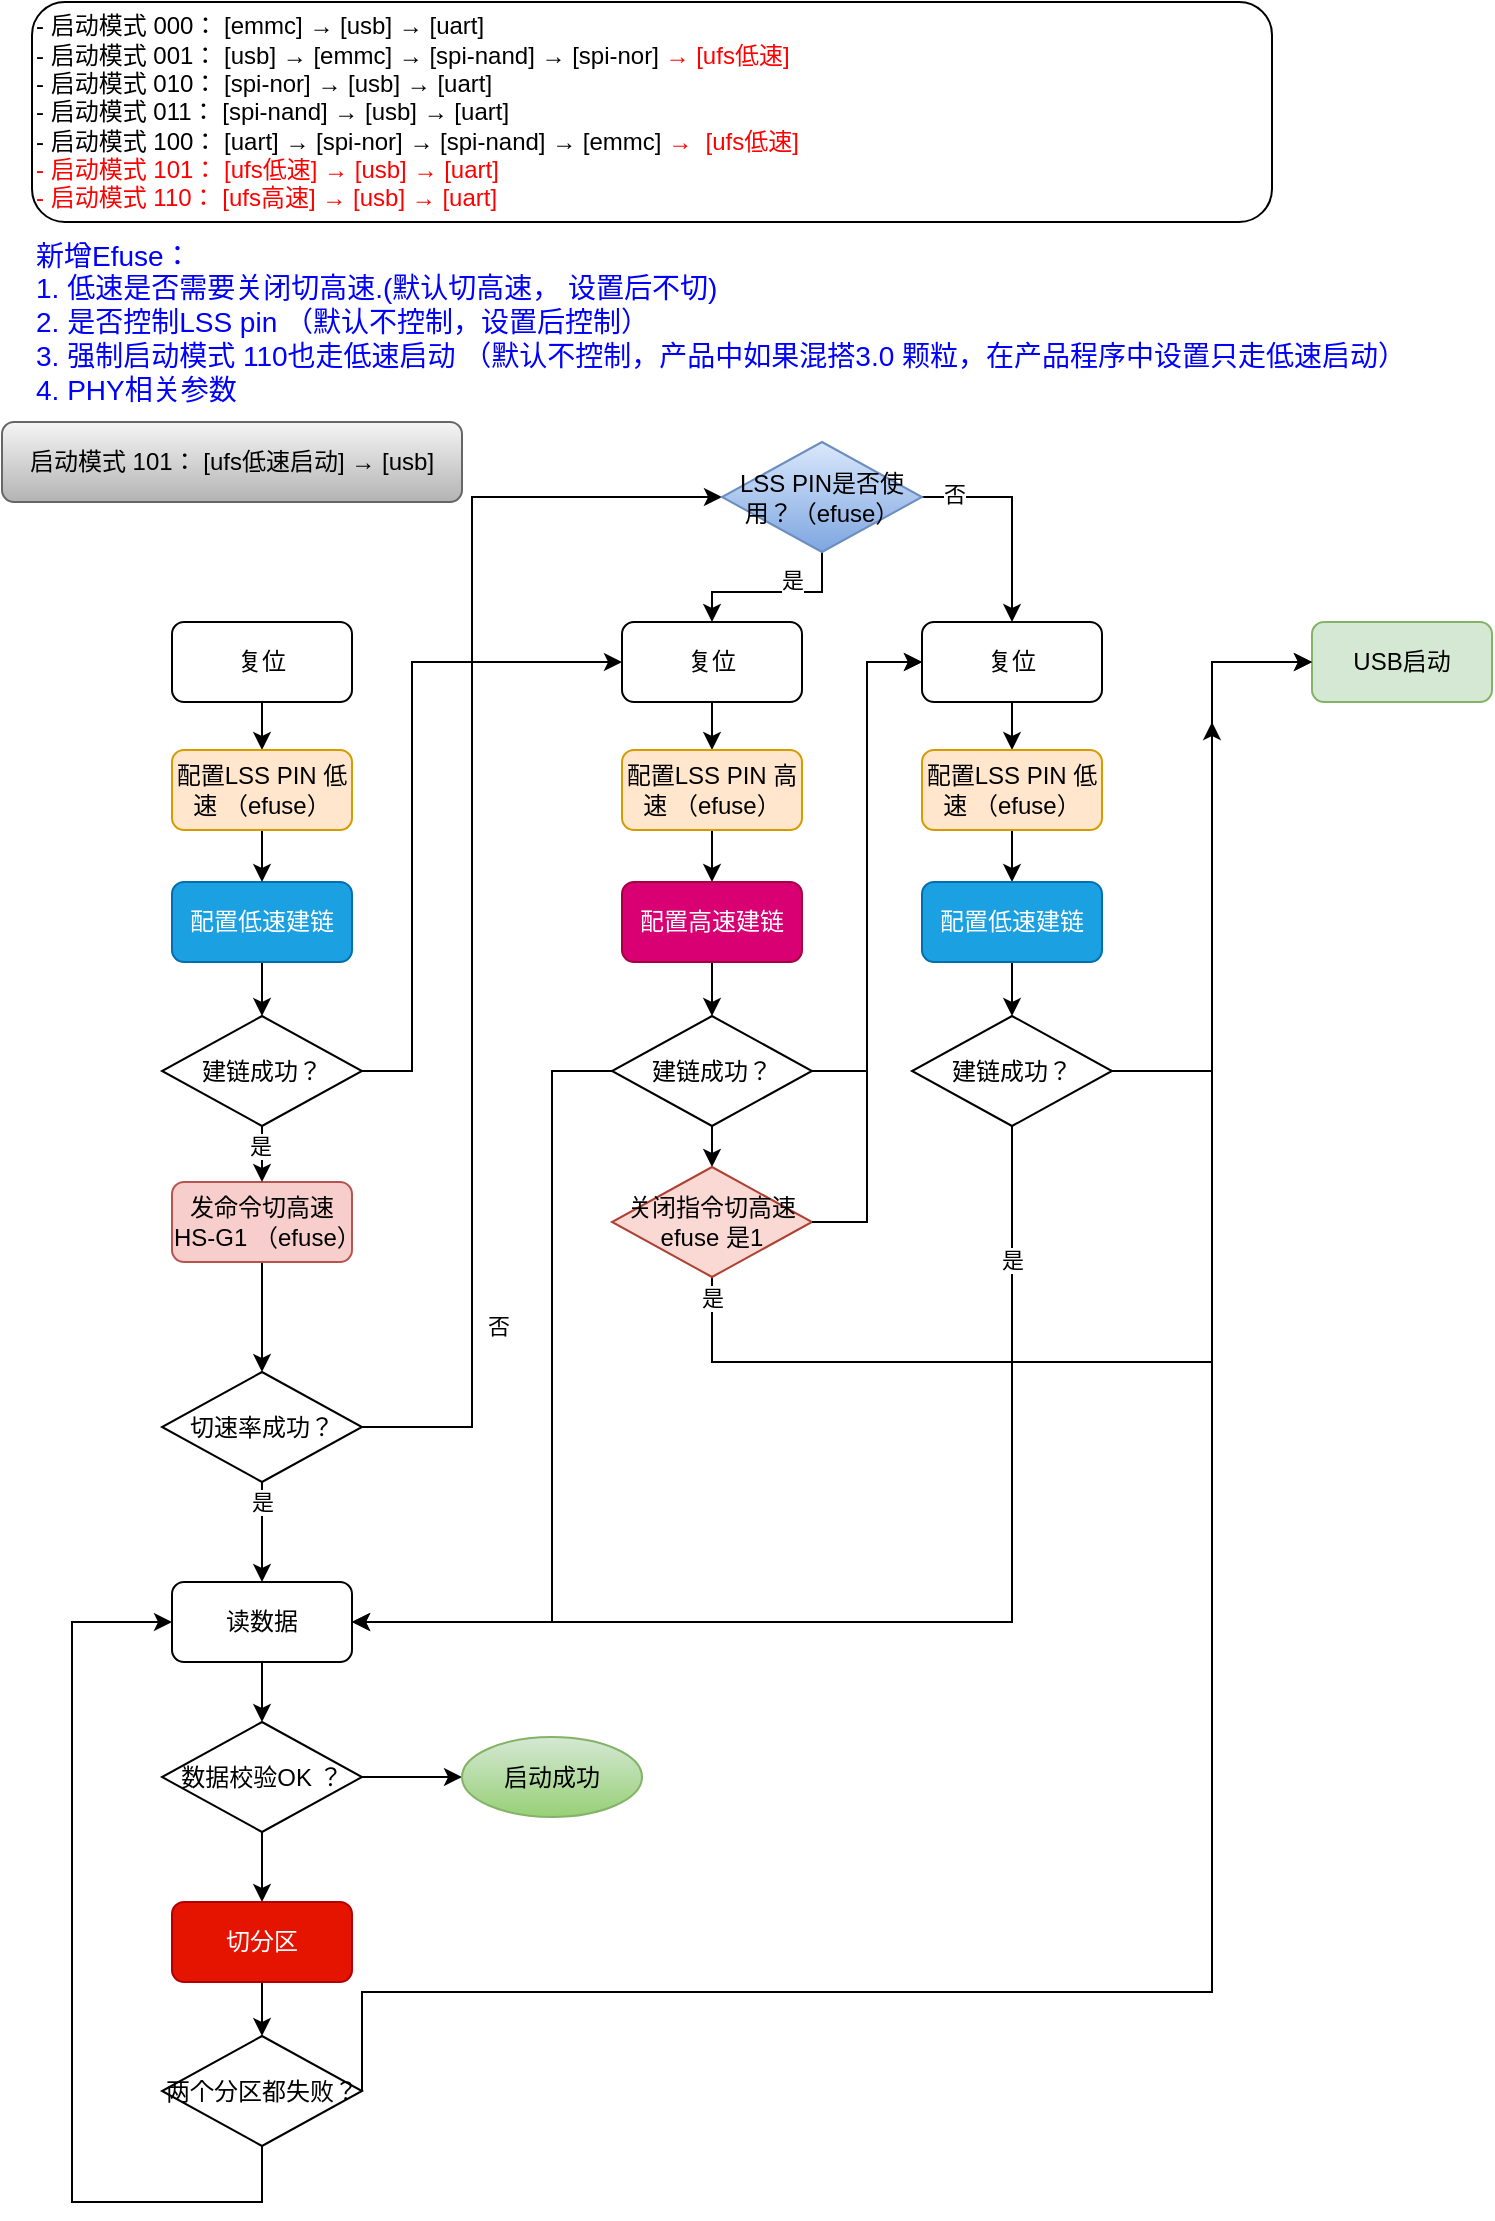
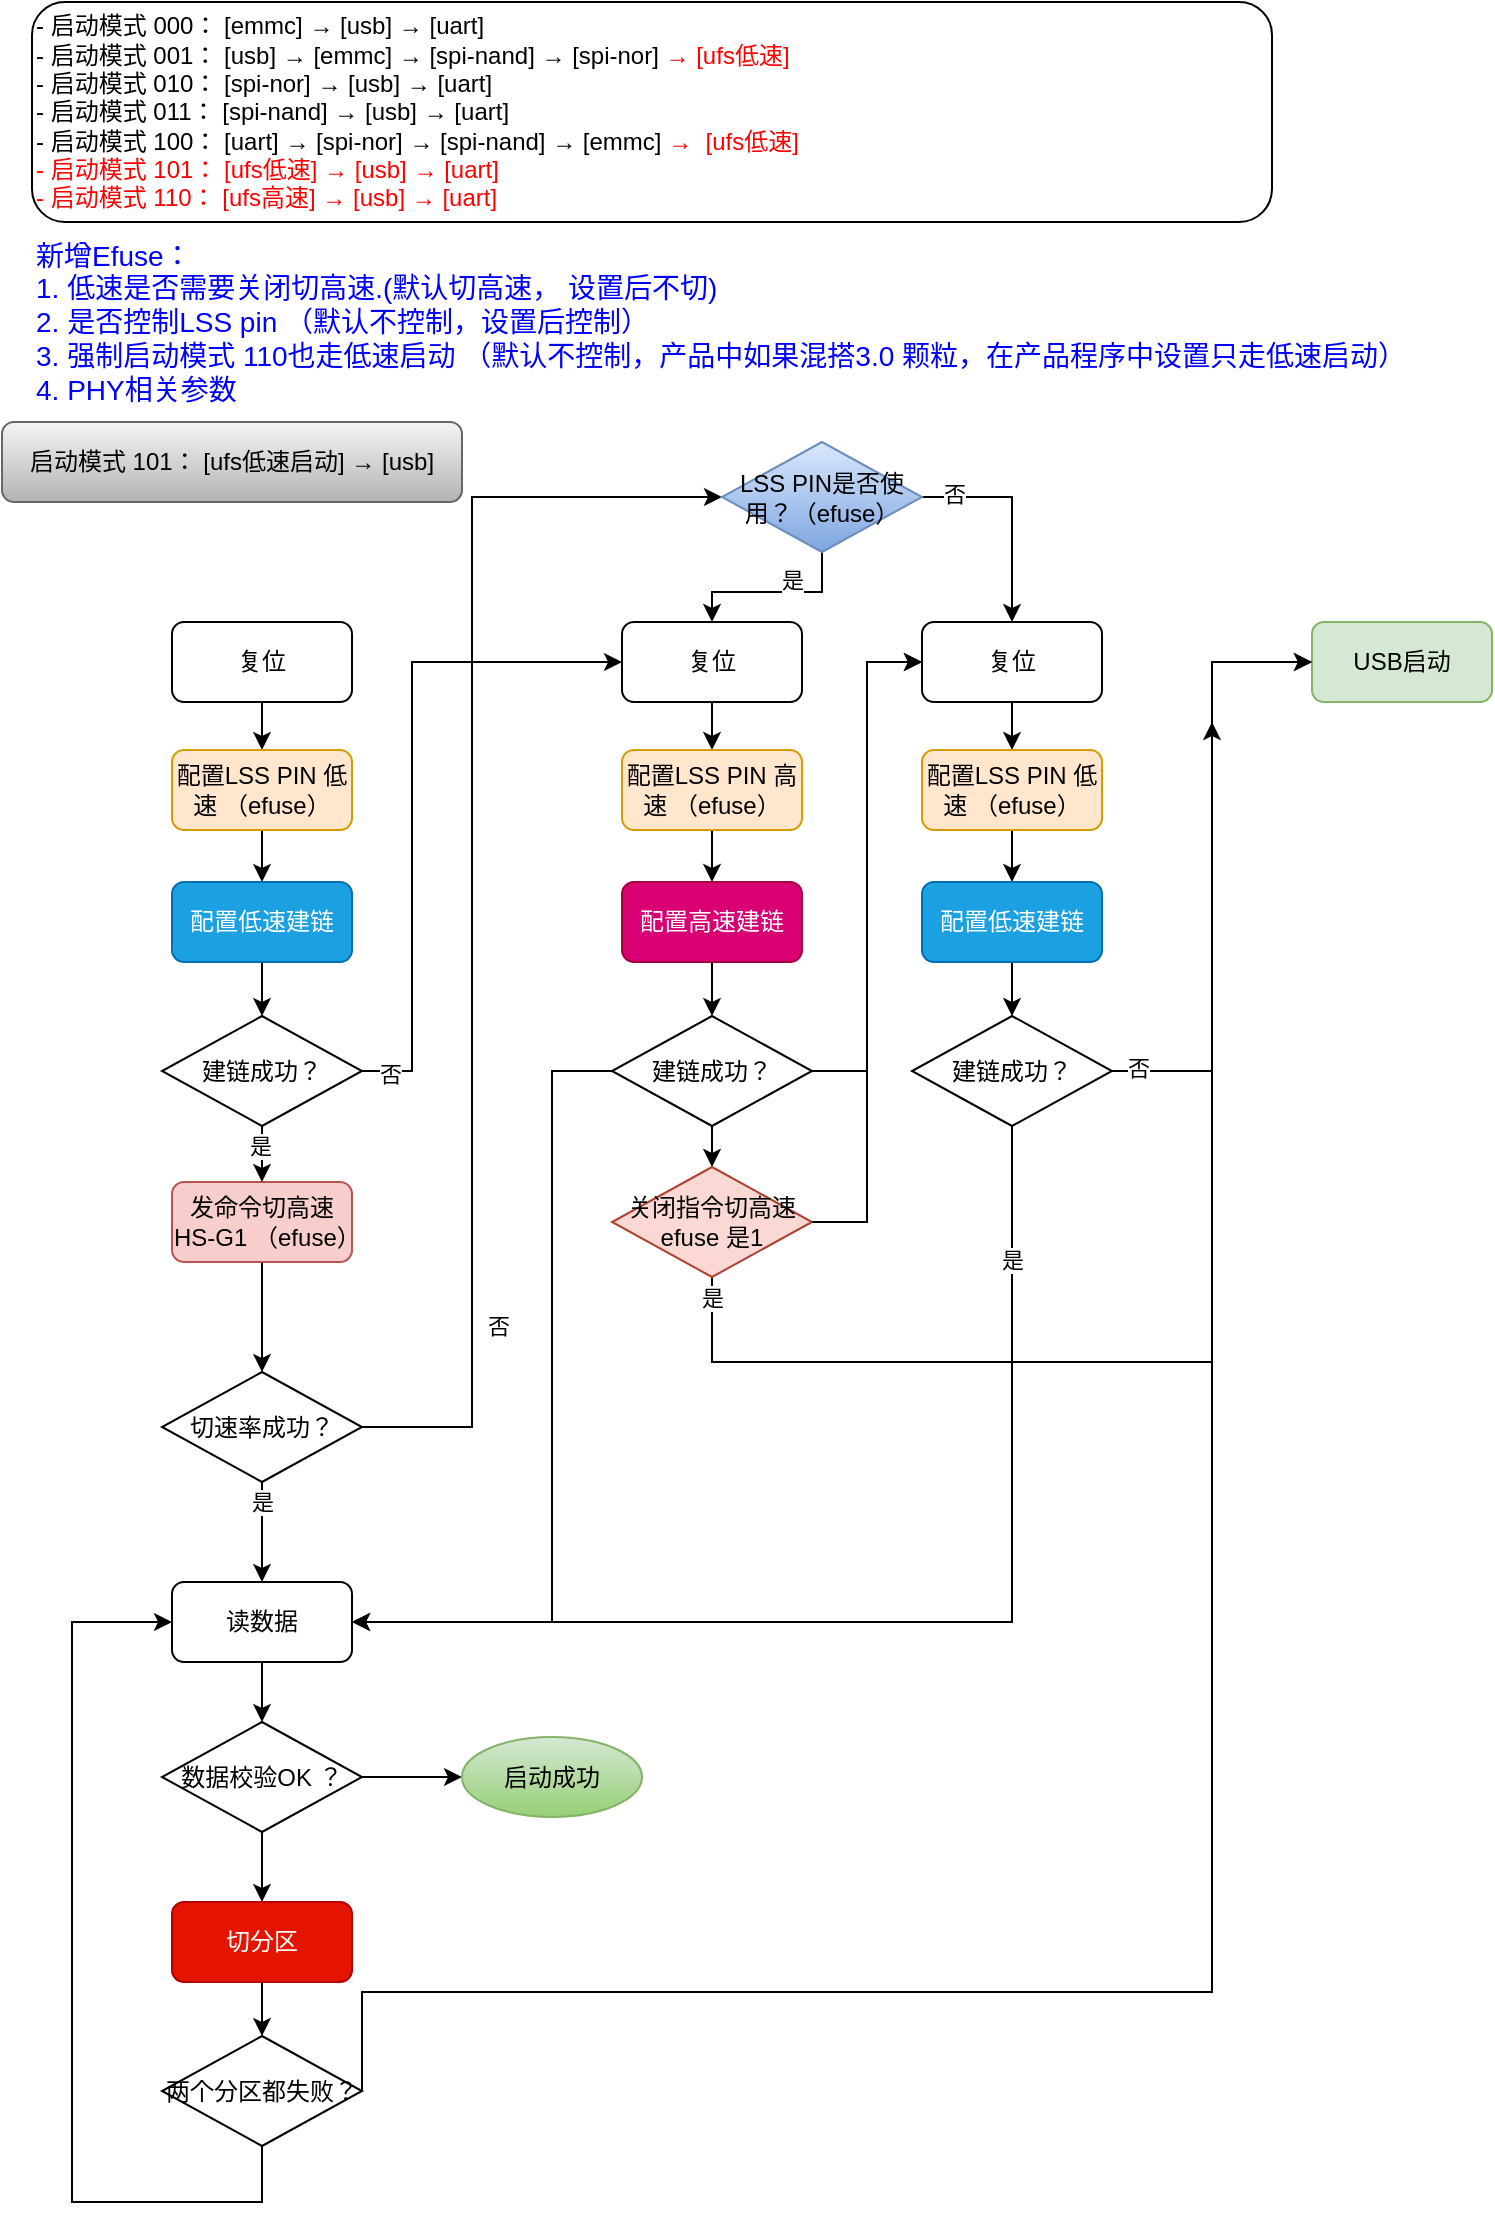
<mxfile host="app.diagrams.net" pages="3">
  <diagram name="第 1 页" id="G7MmgVwn_JN6exUAJ0xq">
-     <mxGraphModel dx="1306" dy="677" grid="1" gridSize="10" guides="1" tooltips="1" connect="1" arrows="1" fold="1" page="1" pageScale="1" pageWidth="827" pageHeight="1169" math="0" shadow="0">
+     <mxGraphModel dx="1082" dy="561" grid="1" gridSize="10" guides="1" tooltips="1" connect="1" arrows="1" fold="1" page="1" pageScale="1" pageWidth="827" pageHeight="1169" math="0" shadow="0">
      <root>
        <mxCell id="0" />
        <mxCell id="1" parent="0" />
        <mxCell id="rA-qTAb89klGYPX6EJBB-1" parent="1" style="rounded=1;whiteSpace=wrap;html=1;align=left;" value="&lt;div&gt;-&amp;nbsp;&lt;span style=&quot;background-color: transparent; color: light-dark(rgb(0, 0, 0), rgb(255, 255, 255));&quot;&gt;启动模式&amp;nbsp;&lt;/span&gt;&lt;span style=&quot;background-color: transparent; color: light-dark(rgb(0, 0, 0), rgb(255, 255, 255));&quot;&gt;000： [emmc] → [usb] → [uart]&lt;/span&gt;&lt;/div&gt;&lt;div&gt;- 启动模式 001： [usb] → [emmc] → [spi-nand] → [spi-nor]&amp;nbsp;&lt;span style=&quot;background-color: transparent;&quot;&gt;&lt;font style=&quot;color: light-dark(rgb(255, 0, 0), rgb(255, 255, 255));&quot;&gt;→ [ufs低速]&lt;/font&gt;&lt;/span&gt;&lt;span style=&quot;background-color: transparent; color: light-dark(rgb(0, 0, 0), rgb(255, 255, 255));&quot;&gt;&amp;nbsp;&lt;/span&gt;&lt;span style=&quot;background-color: transparent; color: light-dark(rgb(0, 0, 0), rgb(255, 255, 255));&quot;&gt;&amp;nbsp;&lt;/span&gt;&lt;/div&gt;&lt;div&gt;- 启动模式 010： [spi-nor] → [usb] → [uart]&lt;/div&gt;&lt;div&gt;- 启动模式 011： [spi-nand] → [usb] → [uart]&lt;/div&gt;&lt;div&gt;- 启动模式 100： [uart] → [spi-nor] → [spi-nand] → [emmc]&amp;nbsp;&lt;font style=&quot;color: light-dark(rgb(255, 0, 0), rgb(255, 255, 255));&quot;&gt;&lt;span style=&quot;background-color: transparent;&quot;&gt;→&lt;/span&gt;&lt;span style=&quot;background-color: transparent;&quot;&gt;&amp;nbsp;&lt;/span&gt;&lt;span style=&quot;background-color: transparent;&quot;&gt;&amp;nbsp;&lt;/span&gt;&lt;span style=&quot;background-color: transparent;&quot;&gt;[ufs低速]&lt;/span&gt;&lt;/font&gt;&lt;span style=&quot;background-color: transparent; color: light-dark(rgb(0, 0, 0), rgb(255, 255, 255));&quot;&gt;&amp;nbsp;&lt;/span&gt;&lt;/div&gt;&lt;div&gt;&lt;font style=&quot;color: light-dark(rgb(255, 0, 0), rgb(255, 255, 255));&quot;&gt;- 启动模式 101： [ufs低速] &lt;span style=&quot;background-color: transparent;&quot;&gt;→&amp;nbsp;&lt;/span&gt;&lt;span style=&quot;background-color: transparent;&quot;&gt;[usb]&lt;/span&gt;&lt;span style=&quot;background-color: transparent;&quot;&gt; &lt;/span&gt;&lt;span style=&quot;background-color: transparent;&quot;&gt;→ [uart]&lt;/span&gt;&lt;/font&gt;&lt;/div&gt;&lt;div&gt;&lt;font style=&quot;color: light-dark(rgb(255, 0, 0), rgb(255, 255, 255));&quot;&gt;- 启动模式 110：&amp;nbsp;&lt;span style=&quot;background-color: transparent;&quot;&gt;[ufs高速]&lt;/span&gt;&lt;span style=&quot;background-color: transparent;&quot;&gt; &lt;/span&gt;&lt;span style=&quot;background-color: transparent;&quot;&gt;→ &lt;/span&gt;&lt;span style=&quot;background-color: transparent;&quot;&gt;[usb]&lt;/span&gt;&lt;span style=&quot;background-color: transparent;&quot;&gt; &lt;/span&gt;&lt;span style=&quot;background-color: transparent;&quot;&gt;→ [uart]&lt;/span&gt;&lt;/font&gt;&lt;/div&gt;" vertex="1">
          <mxGeometry height="110" width="620" x="90" y="10" as="geometry" />
        </mxCell>
        <mxCell id="NB0EyB8uGB_RDp4CUSld-2" parent="1" style="text;html=1;whiteSpace=wrap;strokeColor=none;fillColor=none;align=left;verticalAlign=middle;rounded=0;fontColor=#0000FF;fontSize=14;" value="新增Efuse：&lt;div&gt;1. 低速是否需要关闭切高速.(默认切高速， 设置后不切)&lt;/div&gt;&lt;div&gt;2. 是否控制LSS pin （默认不控制，设置后控制）&lt;/div&gt;&lt;div&gt;3. 强制启动模式 110也走低速启动 （默认不控制，产品中如果混搭3.0 颗粒，在产品程序中设置只走低速启动）&lt;/div&gt;&lt;div&gt;4. PHY相关参数&lt;/div&gt;" vertex="1">
          <mxGeometry height="80" width="695" x="90" y="130" as="geometry" />
        </mxCell>
        <mxCell id="NB0EyB8uGB_RDp4CUSld-23" edge="1" parent="1" source="NB0EyB8uGB_RDp4CUSld-5" style="edgeStyle=orthogonalEdgeStyle;rounded=0;orthogonalLoop=1;jettySize=auto;html=1;exitX=0.5;exitY=1;exitDx=0;exitDy=0;entryX=0.5;entryY=0;entryDx=0;entryDy=0;" target="NB0EyB8uGB_RDp4CUSld-7">
          <mxGeometry relative="1" as="geometry" />
        </mxCell>
        <mxCell id="NB0EyB8uGB_RDp4CUSld-5" parent="1" style="rounded=1;whiteSpace=wrap;html=1;" value="复位" vertex="1">
          <mxGeometry height="40" width="90" x="160" y="320" as="geometry" />
        </mxCell>
        <mxCell id="NB0EyB8uGB_RDp4CUSld-25" edge="1" parent="1" source="NB0EyB8uGB_RDp4CUSld-6" style="edgeStyle=orthogonalEdgeStyle;rounded=0;orthogonalLoop=1;jettySize=auto;html=1;exitX=0.5;exitY=1;exitDx=0;exitDy=0;entryX=0.5;entryY=0;entryDx=0;entryDy=0;" target="NB0EyB8uGB_RDp4CUSld-9">
          <mxGeometry relative="1" as="geometry" />
        </mxCell>
        <mxCell id="NB0EyB8uGB_RDp4CUSld-6" parent="1" style="rounded=1;whiteSpace=wrap;html=1;fillColor=#1ba1e2;fontColor=#ffffff;strokeColor=#006EAF;" value="配置低速建链" vertex="1">
          <mxGeometry height="40" width="90" x="160" y="450" as="geometry" />
        </mxCell>
        <mxCell id="NB0EyB8uGB_RDp4CUSld-24" edge="1" parent="1" source="NB0EyB8uGB_RDp4CUSld-7" style="edgeStyle=orthogonalEdgeStyle;rounded=0;orthogonalLoop=1;jettySize=auto;html=1;exitX=0.5;exitY=1;exitDx=0;exitDy=0;entryX=0.5;entryY=0;entryDx=0;entryDy=0;" target="NB0EyB8uGB_RDp4CUSld-6">
          <mxGeometry relative="1" as="geometry">
            <mxPoint x="205" y="444" as="targetPoint" />
          </mxGeometry>
        </mxCell>
        <mxCell id="NB0EyB8uGB_RDp4CUSld-7" parent="1" style="rounded=1;whiteSpace=wrap;html=1;fillColor=#ffe6cc;strokeColor=#d79b00;" value="配置LSS PIN 低速 （efuse）" vertex="1">
          <mxGeometry height="40" width="90" x="160" y="384" as="geometry" />
        </mxCell>
        <mxCell id="nlYxO6ynGPBAqDfEtOoi-11" edge="1" parent="1" source="NB0EyB8uGB_RDp4CUSld-8" style="edgeStyle=orthogonalEdgeStyle;rounded=0;orthogonalLoop=1;jettySize=auto;html=1;exitX=0.5;exitY=1;exitDx=0;exitDy=0;entryX=0.5;entryY=0;entryDx=0;entryDy=0;" target="NB0EyB8uGB_RDp4CUSld-17">
          <mxGeometry relative="1" as="geometry" />
        </mxCell>
        <mxCell id="NB0EyB8uGB_RDp4CUSld-8" parent="1" style="rounded=1;whiteSpace=wrap;html=1;fillColor=#f8cecc;strokeColor=#b85450;" value="发命令切高速 HS-G1 （efuse）" vertex="1">
          <mxGeometry height="40" width="90" x="160" y="600" as="geometry" />
        </mxCell>
        <mxCell id="NB0EyB8uGB_RDp4CUSld-26" edge="1" parent="1" source="NB0EyB8uGB_RDp4CUSld-9" style="edgeStyle=orthogonalEdgeStyle;rounded=0;orthogonalLoop=1;jettySize=auto;html=1;exitX=0.5;exitY=1;exitDx=0;exitDy=0;" target="NB0EyB8uGB_RDp4CUSld-8">
          <mxGeometry relative="1" as="geometry" />
        </mxCell>
        <mxCell id="KlgkcFlpm4Ags5-VuJH5-14" connectable="0" parent="NB0EyB8uGB_RDp4CUSld-26" style="edgeLabel;html=1;align=center;verticalAlign=middle;resizable=0;points=[];" value="是" vertex="1">
          <mxGeometry relative="1" x="0.2946" y="-1" as="geometry">
            <mxPoint as="offset" />
          </mxGeometry>
        </mxCell>
        <mxCell id="KlgkcFlpm4Ags5-VuJH5-1" edge="1" parent="1" source="NB0EyB8uGB_RDp4CUSld-9" style="edgeStyle=orthogonalEdgeStyle;rounded=0;orthogonalLoop=1;jettySize=auto;html=1;exitX=1;exitY=0.5;exitDx=0;exitDy=0;entryX=0;entryY=0.5;entryDx=0;entryDy=0;" target="NB0EyB8uGB_RDp4CUSld-11">
          <mxGeometry relative="1" as="geometry">
            <Array as="points">
              <mxPoint x="280" y="544" />
              <mxPoint x="280" y="340" />
            </Array>
          </mxGeometry>
        </mxCell>
+         <mxCell id="EtqkF_9cvnQ7-kIktsik-1" connectable="0" parent="KlgkcFlpm4Ags5-VuJH5-1" style="edgeLabel;html=1;align=center;verticalAlign=middle;resizable=0;points=[];" value="否" vertex="1">
+           <mxGeometry relative="1" x="-0.9205" y="-1" as="geometry">
+             <mxPoint as="offset" />
+           </mxGeometry>
+         </mxCell>
        <mxCell id="NB0EyB8uGB_RDp4CUSld-9" parent="1" style="rhombus;whiteSpace=wrap;html=1;" value="建链成功？" vertex="1">
          <mxGeometry height="55" width="100" x="155" y="517" as="geometry" />
        </mxCell>
        <mxCell id="NB0EyB8uGB_RDp4CUSld-10" parent="1" style="rounded=1;whiteSpace=wrap;html=1;fillColor=#f5f5f5;gradientColor=#b3b3b3;strokeColor=#666666;" value="&lt;span style=&quot;text-align: left;&quot;&gt;启动模式 101： [ufs低速启动] &lt;/span&gt;&lt;span style=&quot;color: light-dark(rgb(0, 0, 0), rgb(255, 255, 255)); text-align: left; background-color: transparent;&quot;&gt;→ &lt;/span&gt;&lt;span style=&quot;color: light-dark(rgb(0, 0, 0), rgb(255, 255, 255)); text-align: left; background-color: transparent;&quot;&gt;[usb]&lt;/span&gt;" vertex="1">
          <mxGeometry height="40" width="230" x="75" y="220" as="geometry" />
        </mxCell>
        <mxCell id="NB0EyB8uGB_RDp4CUSld-36" edge="1" parent="1" source="NB0EyB8uGB_RDp4CUSld-11" style="edgeStyle=orthogonalEdgeStyle;rounded=0;orthogonalLoop=1;jettySize=auto;html=1;exitX=0.5;exitY=1;exitDx=0;exitDy=0;entryX=0.5;entryY=0;entryDx=0;entryDy=0;" target="NB0EyB8uGB_RDp4CUSld-12">
          <mxGeometry relative="1" as="geometry" />
        </mxCell>
        <mxCell id="NB0EyB8uGB_RDp4CUSld-11" parent="1" style="rounded=1;whiteSpace=wrap;html=1;" value="复位" vertex="1">
          <mxGeometry height="40" width="90" x="385" y="320" as="geometry" />
        </mxCell>
        <mxCell id="NB0EyB8uGB_RDp4CUSld-37" edge="1" parent="1" source="NB0EyB8uGB_RDp4CUSld-12" style="edgeStyle=orthogonalEdgeStyle;rounded=0;orthogonalLoop=1;jettySize=auto;html=1;exitX=0.5;exitY=1;exitDx=0;exitDy=0;entryX=0.5;entryY=0;entryDx=0;entryDy=0;" target="NB0EyB8uGB_RDp4CUSld-13">
          <mxGeometry relative="1" as="geometry" />
        </mxCell>
        <mxCell id="NB0EyB8uGB_RDp4CUSld-12" parent="1" style="rounded=1;whiteSpace=wrap;html=1;fillColor=#ffe6cc;strokeColor=#d79b00;" value="配置LSS PIN 高速 （efuse）" vertex="1">
          <mxGeometry height="40" width="90" x="385" y="384" as="geometry" />
        </mxCell>
        <mxCell id="NB0EyB8uGB_RDp4CUSld-38" edge="1" parent="1" source="NB0EyB8uGB_RDp4CUSld-13" style="edgeStyle=orthogonalEdgeStyle;rounded=0;orthogonalLoop=1;jettySize=auto;html=1;exitX=0.5;exitY=1;exitDx=0;exitDy=0;entryX=0.5;entryY=0;entryDx=0;entryDy=0;" target="NB0EyB8uGB_RDp4CUSld-31">
          <mxGeometry relative="1" as="geometry" />
        </mxCell>
        <mxCell id="NB0EyB8uGB_RDp4CUSld-13" parent="1" style="rounded=1;whiteSpace=wrap;html=1;fillColor=#d80073;fontColor=#ffffff;strokeColor=#A50040;" value="配置高速建链" vertex="1">
          <mxGeometry height="40" width="90" x="385" y="450" as="geometry" />
        </mxCell>
        <mxCell id="nlYxO6ynGPBAqDfEtOoi-6" edge="1" parent="1" source="NB0EyB8uGB_RDp4CUSld-17" style="edgeStyle=orthogonalEdgeStyle;rounded=0;orthogonalLoop=1;jettySize=auto;html=1;exitX=1;exitY=0.5;exitDx=0;exitDy=0;entryX=0;entryY=0.5;entryDx=0;entryDy=0;" target="nlYxO6ynGPBAqDfEtOoi-10">
          <mxGeometry relative="1" as="geometry">
            <Array as="points">
              <mxPoint x="310" y="722" />
              <mxPoint x="310" y="258" />
            </Array>
            <mxPoint x="130" y="723" as="sourcePoint" />
            <mxPoint x="150" y="723" as="targetPoint" />
          </mxGeometry>
        </mxCell>
        <mxCell id="nlYxO6ynGPBAqDfEtOoi-9" connectable="0" parent="nlYxO6ynGPBAqDfEtOoi-6" style="edgeLabel;html=1;align=center;verticalAlign=middle;resizable=0;points=[];" value="否" vertex="1">
          <mxGeometry relative="1" x="-0.6713" as="geometry">
            <mxPoint x="13" as="offset" />
          </mxGeometry>
        </mxCell>
        <mxCell id="nlYxO6ynGPBAqDfEtOoi-8" edge="1" parent="1" source="NB0EyB8uGB_RDp4CUSld-17" style="edgeStyle=orthogonalEdgeStyle;rounded=0;orthogonalLoop=1;jettySize=auto;html=1;exitX=0.5;exitY=1;exitDx=0;exitDy=0;entryX=0.5;entryY=0;entryDx=0;entryDy=0;" target="NB0EyB8uGB_RDp4CUSld-18">
          <mxGeometry relative="1" as="geometry" />
        </mxCell>
        <mxCell id="Z7nybjEb23sUcgY__4wY-1" connectable="0" parent="nlYxO6ynGPBAqDfEtOoi-8" style="edgeLabel;html=1;align=center;verticalAlign=middle;resizable=0;points=[];" value="是" vertex="1">
          <mxGeometry relative="1" x="-0.5905" as="geometry">
            <mxPoint as="offset" />
          </mxGeometry>
        </mxCell>
        <mxCell id="NB0EyB8uGB_RDp4CUSld-17" parent="1" style="rhombus;whiteSpace=wrap;html=1;" value="切速率成功？" vertex="1">
          <mxGeometry height="55" width="100" x="155" y="695" as="geometry" />
        </mxCell>
        <mxCell id="NB0EyB8uGB_RDp4CUSld-29" edge="1" parent="1" source="NB0EyB8uGB_RDp4CUSld-18" style="edgeStyle=orthogonalEdgeStyle;rounded=0;orthogonalLoop=1;jettySize=auto;html=1;exitX=0.5;exitY=1;exitDx=0;exitDy=0;entryX=0.5;entryY=0;entryDx=0;entryDy=0;" target="NB0EyB8uGB_RDp4CUSld-20">
          <mxGeometry relative="1" as="geometry" />
        </mxCell>
        <mxCell id="NB0EyB8uGB_RDp4CUSld-18" parent="1" style="rounded=1;whiteSpace=wrap;html=1;" value="读数据" vertex="1">
          <mxGeometry height="40" width="90" x="160" y="800" as="geometry" />
        </mxCell>
        <mxCell id="NB0EyB8uGB_RDp4CUSld-30" edge="1" parent="1" source="NB0EyB8uGB_RDp4CUSld-20" style="edgeStyle=orthogonalEdgeStyle;rounded=0;orthogonalLoop=1;jettySize=auto;html=1;exitX=0.5;exitY=1;exitDx=0;exitDy=0;entryX=0.5;entryY=0;entryDx=0;entryDy=0;" target="NB0EyB8uGB_RDp4CUSld-21">
          <mxGeometry relative="1" as="geometry" />
        </mxCell>
        <mxCell id="Vg5q-0XLda4XJRTYY7xd-2" edge="1" parent="1" source="NB0EyB8uGB_RDp4CUSld-20" style="edgeStyle=orthogonalEdgeStyle;rounded=0;orthogonalLoop=1;jettySize=auto;html=1;exitX=1;exitY=0.5;exitDx=0;exitDy=0;entryX=0;entryY=0.5;entryDx=0;entryDy=0;" target="Vg5q-0XLda4XJRTYY7xd-1">
          <mxGeometry relative="1" as="geometry" />
        </mxCell>
        <mxCell id="NB0EyB8uGB_RDp4CUSld-20" parent="1" style="rhombus;whiteSpace=wrap;html=1;" value="数据校验OK ？" vertex="1">
          <mxGeometry height="55" width="100" x="155" y="870" as="geometry" />
        </mxCell>
        <mxCell id="NB0EyB8uGB_RDp4CUSld-22" edge="1" parent="1" source="KlgkcFlpm4Ags5-VuJH5-11" style="edgeStyle=orthogonalEdgeStyle;rounded=0;orthogonalLoop=1;jettySize=auto;html=1;exitX=0.5;exitY=1;exitDx=0;exitDy=0;entryX=0;entryY=0.5;entryDx=0;entryDy=0;" target="NB0EyB8uGB_RDp4CUSld-18">
          <mxGeometry relative="1" as="geometry">
            <Array as="points">
              <mxPoint x="205" y="1110" />
              <mxPoint x="110" y="1110" />
              <mxPoint x="110" y="820" />
            </Array>
          </mxGeometry>
        </mxCell>
        <mxCell id="KlgkcFlpm4Ags5-VuJH5-12" edge="1" parent="1" source="NB0EyB8uGB_RDp4CUSld-21" style="edgeStyle=orthogonalEdgeStyle;rounded=0;orthogonalLoop=1;jettySize=auto;html=1;exitX=0.5;exitY=1;exitDx=0;exitDy=0;entryX=0.5;entryY=0;entryDx=0;entryDy=0;" target="KlgkcFlpm4Ags5-VuJH5-11">
          <mxGeometry relative="1" as="geometry" />
        </mxCell>
        <mxCell id="NB0EyB8uGB_RDp4CUSld-21" parent="1" style="rounded=1;whiteSpace=wrap;html=1;fillColor=#e51400;fontColor=#ffffff;strokeColor=#B20000;" value="切分区" vertex="1">
          <mxGeometry height="40" width="90" x="160" y="960" as="geometry" />
        </mxCell>
        <mxCell id="KlgkcFlpm4Ags5-VuJH5-8" edge="1" parent="1" source="NB0EyB8uGB_RDp4CUSld-31" style="edgeStyle=orthogonalEdgeStyle;rounded=0;orthogonalLoop=1;jettySize=auto;html=1;exitX=1;exitY=0.5;exitDx=0;exitDy=0;entryX=0;entryY=0.5;entryDx=0;entryDy=0;" target="NB0EyB8uGB_RDp4CUSld-42">
          <mxGeometry relative="1" as="geometry" />
        </mxCell>
        <mxCell id="Vg5q-0XLda4XJRTYY7xd-7" edge="1" parent="1" source="NB0EyB8uGB_RDp4CUSld-31" style="edgeStyle=orthogonalEdgeStyle;rounded=0;orthogonalLoop=1;jettySize=auto;html=1;exitX=0;exitY=0.5;exitDx=0;exitDy=0;">
          <mxGeometry relative="1" as="geometry">
            <Array as="points">
              <mxPoint x="350" y="545" />
              <mxPoint x="350" y="820" />
              <mxPoint x="250" y="820" />
            </Array>
            <mxPoint x="250" y="820" as="targetPoint" />
          </mxGeometry>
        </mxCell>
        <mxCell id="Vg5q-0XLda4XJRTYY7xd-8" edge="1" parent="1" source="NB0EyB8uGB_RDp4CUSld-31" style="edgeStyle=orthogonalEdgeStyle;rounded=0;orthogonalLoop=1;jettySize=auto;html=1;exitX=0.5;exitY=1;exitDx=0;exitDy=0;entryX=0.5;entryY=0;entryDx=0;entryDy=0;" target="Vg5q-0XLda4XJRTYY7xd-3">
          <mxGeometry relative="1" as="geometry" />
        </mxCell>
        <mxCell id="NB0EyB8uGB_RDp4CUSld-31" parent="1" style="rhombus;whiteSpace=wrap;html=1;" value="建链成功？" vertex="1">
          <mxGeometry height="55" width="100" x="380" y="517" as="geometry" />
        </mxCell>
        <mxCell id="KlgkcFlpm4Ags5-VuJH5-5" edge="1" parent="1" source="NB0EyB8uGB_RDp4CUSld-42" style="edgeStyle=orthogonalEdgeStyle;rounded=0;orthogonalLoop=1;jettySize=auto;html=1;exitX=0.5;exitY=1;exitDx=0;exitDy=0;entryX=0.5;entryY=0;entryDx=0;entryDy=0;" target="NB0EyB8uGB_RDp4CUSld-43">
          <mxGeometry relative="1" as="geometry" />
        </mxCell>
        <mxCell id="NB0EyB8uGB_RDp4CUSld-42" parent="1" style="rounded=1;whiteSpace=wrap;html=1;" value="复位" vertex="1">
          <mxGeometry height="40" width="90" x="535" y="320" as="geometry" />
        </mxCell>
        <mxCell id="KlgkcFlpm4Ags5-VuJH5-6" edge="1" parent="1" source="NB0EyB8uGB_RDp4CUSld-43" style="edgeStyle=orthogonalEdgeStyle;rounded=0;orthogonalLoop=1;jettySize=auto;html=1;exitX=0.5;exitY=1;exitDx=0;exitDy=0;entryX=0.5;entryY=0;entryDx=0;entryDy=0;" target="NB0EyB8uGB_RDp4CUSld-44">
          <mxGeometry relative="1" as="geometry" />
        </mxCell>
        <mxCell id="NB0EyB8uGB_RDp4CUSld-43" parent="1" style="rounded=1;whiteSpace=wrap;html=1;fillColor=#ffe6cc;strokeColor=#d79b00;" value="配置LSS PIN 低速 （efuse）" vertex="1">
          <mxGeometry height="40" width="90" x="535" y="384" as="geometry" />
        </mxCell>
        <mxCell id="KlgkcFlpm4Ags5-VuJH5-7" edge="1" parent="1" source="NB0EyB8uGB_RDp4CUSld-44" style="edgeStyle=orthogonalEdgeStyle;rounded=0;orthogonalLoop=1;jettySize=auto;html=1;exitX=0.5;exitY=1;exitDx=0;exitDy=0;entryX=0.5;entryY=0;entryDx=0;entryDy=0;" target="NB0EyB8uGB_RDp4CUSld-45">
          <mxGeometry relative="1" as="geometry" />
        </mxCell>
        <mxCell id="NB0EyB8uGB_RDp4CUSld-44" parent="1" style="rounded=1;whiteSpace=wrap;html=1;fillColor=#1ba1e2;fontColor=#ffffff;strokeColor=#006EAF;" value="配置低速建链" vertex="1">
          <mxGeometry height="40" width="90" x="535" y="450" as="geometry" />
        </mxCell>
        <mxCell id="KlgkcFlpm4Ags5-VuJH5-4" edge="1" parent="1" source="NB0EyB8uGB_RDp4CUSld-45" style="edgeStyle=orthogonalEdgeStyle;rounded=0;orthogonalLoop=1;jettySize=auto;html=1;exitX=0.5;exitY=1;exitDx=0;exitDy=0;entryX=1;entryY=0.5;entryDx=0;entryDy=0;" target="NB0EyB8uGB_RDp4CUSld-18">
          <mxGeometry relative="1" as="geometry">
            <Array as="points">
              <mxPoint x="580" y="820" />
            </Array>
            <mxPoint x="250" y="770" as="targetPoint" />
          </mxGeometry>
        </mxCell>
        <mxCell id="KlgkcFlpm4Ags5-VuJH5-18" connectable="0" parent="KlgkcFlpm4Ags5-VuJH5-4" style="edgeLabel;html=1;align=center;verticalAlign=middle;resizable=0;points=[];" value="是" vertex="1">
          <mxGeometry relative="1" x="-0.7697" as="geometry">
            <mxPoint as="offset" />
          </mxGeometry>
        </mxCell>
        <mxCell id="KlgkcFlpm4Ags5-VuJH5-19" edge="1" parent="1" source="NB0EyB8uGB_RDp4CUSld-45" style="edgeStyle=orthogonalEdgeStyle;rounded=0;orthogonalLoop=1;jettySize=auto;html=1;exitX=1;exitY=0.5;exitDx=0;exitDy=0;">
          <mxGeometry relative="1" as="geometry">
            <Array as="points">
              <mxPoint x="680" y="544" />
              <mxPoint x="680" y="380" />
            </Array>
            <mxPoint x="680" y="370" as="targetPoint" />
+           </mxGeometry>
+         </mxCell>
+         <mxCell id="QEKlzjzncTF9FpihQKVG-1" connectable="0" parent="KlgkcFlpm4Ags5-VuJH5-19" style="edgeLabel;html=1;align=center;verticalAlign=middle;resizable=0;points=[];" value="否" vertex="1">
+           <mxGeometry relative="1" x="-0.8829" y="2" as="geometry">
+             <mxPoint as="offset" />
          </mxGeometry>
        </mxCell>
        <mxCell id="NB0EyB8uGB_RDp4CUSld-45" parent="1" style="rhombus;whiteSpace=wrap;html=1;" value="建链成功？" vertex="1">
          <mxGeometry height="55" width="100" x="530" y="517" as="geometry" />
        </mxCell>
        <mxCell id="KlgkcFlpm4Ags5-VuJH5-9" parent="1" style="rounded=1;whiteSpace=wrap;html=1;fillColor=#d5e8d4;strokeColor=#82b366;" value="USB启动" vertex="1">
          <mxGeometry height="40" width="90" x="730" y="320" as="geometry" />
        </mxCell>
        <mxCell id="KlgkcFlpm4Ags5-VuJH5-13" edge="1" parent="1" source="KlgkcFlpm4Ags5-VuJH5-11" style="edgeStyle=orthogonalEdgeStyle;rounded=0;orthogonalLoop=1;jettySize=auto;html=1;exitX=1;exitY=0.5;exitDx=0;exitDy=0;entryX=0;entryY=0.5;entryDx=0;entryDy=0;" target="KlgkcFlpm4Ags5-VuJH5-9">
          <mxGeometry relative="1" as="geometry">
            <Array as="points">
              <mxPoint x="255" y="1005" />
              <mxPoint x="680" y="1005" />
              <mxPoint x="680" y="340" />
            </Array>
          </mxGeometry>
        </mxCell>
        <mxCell id="KlgkcFlpm4Ags5-VuJH5-11" parent="1" style="rhombus;whiteSpace=wrap;html=1;" value="两个分区都失败？" vertex="1">
          <mxGeometry height="55" width="100" x="155" y="1027" as="geometry" />
        </mxCell>
        <mxCell id="Vg5q-0XLda4XJRTYY7xd-1" parent="1" style="ellipse;whiteSpace=wrap;html=1;fillColor=#d5e8d4;gradientColor=#97d077;strokeColor=#82b366;" value="启动成功" vertex="1">
          <mxGeometry height="40" width="90" x="305" y="877.5" as="geometry" />
        </mxCell>
        <mxCell id="Vg5q-0XLda4XJRTYY7xd-10" edge="1" parent="1" source="Vg5q-0XLda4XJRTYY7xd-3" style="edgeStyle=orthogonalEdgeStyle;rounded=0;orthogonalLoop=1;jettySize=auto;html=1;exitX=0.5;exitY=1;exitDx=0;exitDy=0;entryX=0;entryY=0.5;entryDx=0;entryDy=0;" target="KlgkcFlpm4Ags5-VuJH5-9">
          <mxGeometry relative="1" as="geometry">
            <Array as="points">
              <mxPoint x="430" y="690" />
              <mxPoint x="680" y="690" />
              <mxPoint x="680" y="340" />
            </Array>
          </mxGeometry>
        </mxCell>
        <mxCell id="Vg5q-0XLda4XJRTYY7xd-11" connectable="0" parent="Vg5q-0XLda4XJRTYY7xd-10" style="edgeLabel;html=1;align=center;verticalAlign=middle;resizable=0;points=[];" value="是" vertex="1">
          <mxGeometry relative="1" x="-0.9713" as="geometry">
            <mxPoint as="offset" />
          </mxGeometry>
        </mxCell>
        <mxCell id="Vg5q-0XLda4XJRTYY7xd-3" parent="1" style="rhombus;whiteSpace=wrap;html=1;fillColor=#fad9d5;strokeColor=#ae4132;" value="关闭指令切高速&lt;div&gt;efuse 是1&lt;/div&gt;" vertex="1">
          <mxGeometry height="55" width="100" x="380" y="592.5" as="geometry" />
        </mxCell>
        <mxCell id="Vg5q-0XLda4XJRTYY7xd-9" edge="1" parent="1" source="Vg5q-0XLda4XJRTYY7xd-3" style="edgeStyle=orthogonalEdgeStyle;rounded=0;orthogonalLoop=1;jettySize=auto;html=1;exitX=1;exitY=0.5;exitDx=0;exitDy=0;entryX=0;entryY=0.5;entryDx=0;entryDy=0;" target="NB0EyB8uGB_RDp4CUSld-42">
          <mxGeometry relative="1" as="geometry" />
        </mxCell>
        <mxCell id="nlYxO6ynGPBAqDfEtOoi-12" edge="1" parent="1" source="nlYxO6ynGPBAqDfEtOoi-10" style="edgeStyle=orthogonalEdgeStyle;rounded=0;orthogonalLoop=1;jettySize=auto;html=1;exitX=0.5;exitY=1;exitDx=0;exitDy=0;entryX=0.5;entryY=0;entryDx=0;entryDy=0;" target="NB0EyB8uGB_RDp4CUSld-11">
          <mxGeometry relative="1" as="geometry">
            <Array as="points">
              <mxPoint x="485" y="305" />
              <mxPoint x="430" y="305" />
            </Array>
          </mxGeometry>
        </mxCell>
        <mxCell id="nlYxO6ynGPBAqDfEtOoi-15" connectable="0" parent="nlYxO6ynGPBAqDfEtOoi-12" style="edgeLabel;html=1;align=center;verticalAlign=middle;resizable=0;points=[];" value="是" vertex="1">
          <mxGeometry relative="1" x="-0.685" y="-3" as="geometry">
            <mxPoint x="-12" as="offset" />
          </mxGeometry>
        </mxCell>
        <mxCell id="nlYxO6ynGPBAqDfEtOoi-13" edge="1" parent="1" source="nlYxO6ynGPBAqDfEtOoi-10" style="edgeStyle=orthogonalEdgeStyle;rounded=0;orthogonalLoop=1;jettySize=auto;html=1;exitX=1;exitY=0.5;exitDx=0;exitDy=0;entryX=0.5;entryY=0;entryDx=0;entryDy=0;" target="NB0EyB8uGB_RDp4CUSld-42">
          <mxGeometry relative="1" as="geometry" />
        </mxCell>
        <mxCell id="nlYxO6ynGPBAqDfEtOoi-14" connectable="0" parent="nlYxO6ynGPBAqDfEtOoi-13" style="edgeLabel;html=1;align=center;verticalAlign=middle;resizable=0;points=[];" value="否" vertex="1">
          <mxGeometry relative="1" x="-0.7137" y="2" as="geometry">
            <mxPoint as="offset" />
          </mxGeometry>
        </mxCell>
        <mxCell id="nlYxO6ynGPBAqDfEtOoi-10" parent="1" style="rhombus;whiteSpace=wrap;html=1;fillColor=#dae8fc;gradientColor=#7ea6e0;strokeColor=#6c8ebf;" value="LSS PIN是否使用？（efuse）" vertex="1">
          <mxGeometry height="55" width="100" x="435" y="230" as="geometry" />
        </mxCell>
      </root>
    </mxGraphModel>
  </diagram>
  <diagram id="ql6nhWf0VNW54Wtxsakh" name="第 3 页">
-     <mxGraphModel dx="902" dy="467" grid="1" gridSize="10" guides="1" tooltips="1" connect="1" arrows="1" fold="1" page="1" pageScale="1" pageWidth="827" pageHeight="1169" math="0" shadow="0">
+     <mxGraphModel dx="1082" dy="561" grid="1" gridSize="10" guides="1" tooltips="1" connect="1" arrows="1" fold="1" page="1" pageScale="1" pageWidth="827" pageHeight="1169" math="0" shadow="0">
      <root>
        <mxCell id="0" />
        <mxCell id="1" parent="0" />
        <mxCell id="Snxa9bD47oOBx4wNCC72-1" edge="1" parent="1" source="Snxa9bD47oOBx4wNCC72-2" style="edgeStyle=orthogonalEdgeStyle;rounded=0;orthogonalLoop=1;jettySize=auto;html=1;exitX=0.5;exitY=1;exitDx=0;exitDy=0;entryX=0.5;entryY=0;entryDx=0;entryDy=0;" target="Snxa9bD47oOBx4wNCC72-6">
          <mxGeometry relative="1" as="geometry" />
        </mxCell>
        <mxCell id="Snxa9bD47oOBx4wNCC72-2" parent="1" style="rounded=1;whiteSpace=wrap;html=1;" value="复位" vertex="1">
          <mxGeometry height="40" width="90" x="190" y="110" as="geometry" />
        </mxCell>
        <mxCell id="Snxa9bD47oOBx4wNCC72-3" edge="1" parent="1" source="Snxa9bD47oOBx4wNCC72-4" style="edgeStyle=orthogonalEdgeStyle;rounded=0;orthogonalLoop=1;jettySize=auto;html=1;exitX=0.5;exitY=1;exitDx=0;exitDy=0;entryX=0.5;entryY=0;entryDx=0;entryDy=0;" target="Snxa9bD47oOBx4wNCC72-23">
          <mxGeometry relative="1" as="geometry">
            <mxPoint x="235" y="307" as="targetPoint" />
          </mxGeometry>
        </mxCell>
        <mxCell id="Snxa9bD47oOBx4wNCC72-4" parent="1" style="rounded=1;whiteSpace=wrap;html=1;fillColor=#d80073;fontColor=#ffffff;strokeColor=#A50040;" value="配置高速建链" vertex="1">
          <mxGeometry height="40" width="90" x="190" y="240" as="geometry" />
        </mxCell>
        <mxCell id="Snxa9bD47oOBx4wNCC72-5" edge="1" parent="1" source="Snxa9bD47oOBx4wNCC72-6" style="edgeStyle=orthogonalEdgeStyle;rounded=0;orthogonalLoop=1;jettySize=auto;html=1;exitX=0.5;exitY=1;exitDx=0;exitDy=0;entryX=0.5;entryY=0;entryDx=0;entryDy=0;" target="Snxa9bD47oOBx4wNCC72-4">
          <mxGeometry relative="1" as="geometry">
            <mxPoint x="235" y="234" as="targetPoint" />
          </mxGeometry>
        </mxCell>
        <mxCell id="Snxa9bD47oOBx4wNCC72-6" parent="1" style="rounded=1;whiteSpace=wrap;html=1;fillColor=#ffe6cc;strokeColor=#d79b00;" value="配置LSS PIN高速 （efuse）" vertex="1">
          <mxGeometry height="40" width="90" x="190" y="174" as="geometry" />
        </mxCell>
        <mxCell id="Snxa9bD47oOBx4wNCC72-13" parent="1" style="rounded=1;whiteSpace=wrap;html=1;align=left;fillColor=#f5f5f5;gradientColor=#b3b3b3;strokeColor=#666666;" value="启动模式 110： &lt;span style=&quot;color: light-dark(rgb(0, 0, 0), rgb(255, 255, 255)); background-color: transparent;&quot;&gt;[ufs高速启动]&lt;/span&gt;&lt;span style=&quot;color: light-dark(rgb(0, 0, 0), rgb(255, 255, 255)); background-color: transparent;&quot;&gt; &lt;/span&gt;&lt;span style=&quot;color: light-dark(rgb(0, 0, 0), rgb(255, 255, 255)); background-color: transparent;&quot;&gt;→ &lt;/span&gt;&lt;span style=&quot;color: light-dark(rgb(0, 0, 0), rgb(255, 255, 255)); background-color: transparent;&quot;&gt;[usb]&lt;/span&gt;" vertex="1">
          <mxGeometry height="40" width="275" x="185" y="30" as="geometry" />
        </mxCell>
        <mxCell id="Snxa9bD47oOBx4wNCC72-14" edge="1" parent="1" source="Snxa9bD47oOBx4wNCC72-15" style="edgeStyle=orthogonalEdgeStyle;rounded=0;orthogonalLoop=1;jettySize=auto;html=1;exitX=0.5;exitY=1;exitDx=0;exitDy=0;entryX=0.5;entryY=0;entryDx=0;entryDy=0;" target="Snxa9bD47oOBx4wNCC72-17">
          <mxGeometry relative="1" as="geometry" />
        </mxCell>
        <mxCell id="Snxa9bD47oOBx4wNCC72-15" parent="1" style="rounded=1;whiteSpace=wrap;html=1;" value="复位" vertex="1">
          <mxGeometry height="40" width="90" x="340" y="110" as="geometry" />
        </mxCell>
        <mxCell id="Snxa9bD47oOBx4wNCC72-16" edge="1" parent="1" source="Snxa9bD47oOBx4wNCC72-17" style="edgeStyle=orthogonalEdgeStyle;rounded=0;orthogonalLoop=1;jettySize=auto;html=1;exitX=0.5;exitY=1;exitDx=0;exitDy=0;entryX=0.5;entryY=0;entryDx=0;entryDy=0;" target="Snxa9bD47oOBx4wNCC72-19">
          <mxGeometry relative="1" as="geometry" />
        </mxCell>
        <mxCell id="Snxa9bD47oOBx4wNCC72-17" parent="1" style="rounded=1;whiteSpace=wrap;html=1;fillColor=#ffe6cc;strokeColor=#d79b00;" value="配置LSS PIN 低速 (efuse)" vertex="1">
          <mxGeometry height="40" width="90" x="340" y="174" as="geometry" />
        </mxCell>
        <mxCell id="Snxa9bD47oOBx4wNCC72-18" edge="1" parent="1" source="Snxa9bD47oOBx4wNCC72-19" style="edgeStyle=orthogonalEdgeStyle;rounded=0;orthogonalLoop=1;jettySize=auto;html=1;exitX=0.5;exitY=1;exitDx=0;exitDy=0;entryX=0.5;entryY=0;entryDx=0;entryDy=0;" target="Snxa9bD47oOBx4wNCC72-34">
          <mxGeometry relative="1" as="geometry" />
        </mxCell>
        <mxCell id="Snxa9bD47oOBx4wNCC72-19" parent="1" style="rounded=1;whiteSpace=wrap;html=1;fillColor=#1ba1e2;fontColor=#ffffff;strokeColor=#006EAF;" value="配置低速建链" vertex="1">
          <mxGeometry height="40" width="90" x="340" y="240" as="geometry" />
        </mxCell>
        <mxCell id="Snxa9bD47oOBx4wNCC72-20" edge="1" parent="1" source="Snxa9bD47oOBx4wNCC72-23" style="edgeStyle=orthogonalEdgeStyle;rounded=0;orthogonalLoop=1;jettySize=auto;html=1;exitX=0.5;exitY=1;exitDx=0;exitDy=0;entryX=0.5;entryY=0;entryDx=0;entryDy=0;" target="Snxa9bD47oOBx4wNCC72-25">
          <mxGeometry relative="1" as="geometry" />
        </mxCell>
        <mxCell id="Snxa9bD47oOBx4wNCC72-21" connectable="0" parent="Snxa9bD47oOBx4wNCC72-20" style="edgeLabel;html=1;align=center;verticalAlign=middle;resizable=0;points=[];" value="是" vertex="1">
          <mxGeometry relative="1" x="-0.3338" as="geometry">
            <mxPoint as="offset" />
          </mxGeometry>
        </mxCell>
        <mxCell id="Snxa9bD47oOBx4wNCC72-22" edge="1" parent="1" source="Snxa9bD47oOBx4wNCC72-23" style="edgeStyle=orthogonalEdgeStyle;rounded=0;orthogonalLoop=1;jettySize=auto;html=1;exitX=1;exitY=0.5;exitDx=0;exitDy=0;entryX=0;entryY=0.5;entryDx=0;entryDy=0;" target="Snxa9bD47oOBx4wNCC72-15">
          <mxGeometry relative="1" as="geometry" />
        </mxCell>
+         <mxCell id="QuuJN6wZqq9m9VYKt0zx-1" connectable="0" parent="Snxa9bD47oOBx4wNCC72-22" style="edgeLabel;html=1;align=center;verticalAlign=middle;resizable=0;points=[];" value="否" vertex="1">
+           <mxGeometry relative="1" x="-0.9009" y="2" as="geometry">
+             <mxPoint as="offset" />
+           </mxGeometry>
+         </mxCell>
        <mxCell id="Snxa9bD47oOBx4wNCC72-23" parent="1" style="rhombus;whiteSpace=wrap;html=1;" value="建链成功？" vertex="1">
          <mxGeometry height="55" width="100" x="185" y="310" as="geometry" />
        </mxCell>
        <mxCell id="Snxa9bD47oOBx4wNCC72-24" edge="1" parent="1" source="Snxa9bD47oOBx4wNCC72-25" style="edgeStyle=orthogonalEdgeStyle;rounded=0;orthogonalLoop=1;jettySize=auto;html=1;exitX=0.5;exitY=1;exitDx=0;exitDy=0;entryX=0.5;entryY=0;entryDx=0;entryDy=0;" target="Snxa9bD47oOBx4wNCC72-27">
          <mxGeometry relative="1" as="geometry" />
        </mxCell>
        <mxCell id="Snxa9bD47oOBx4wNCC72-25" parent="1" style="rounded=1;whiteSpace=wrap;html=1;" value="读数据" vertex="1">
          <mxGeometry height="40" width="90" x="190" y="540" as="geometry" />
        </mxCell>
        <mxCell id="Snxa9bD47oOBx4wNCC72-26" edge="1" parent="1" source="Snxa9bD47oOBx4wNCC72-27" style="edgeStyle=orthogonalEdgeStyle;rounded=0;orthogonalLoop=1;jettySize=auto;html=1;exitX=0.5;exitY=1;exitDx=0;exitDy=0;entryX=0.5;entryY=0;entryDx=0;entryDy=0;" target="Snxa9bD47oOBx4wNCC72-30">
          <mxGeometry relative="1" as="geometry" />
        </mxCell>
        <mxCell id="Qj_6jyX3p3bSbpmFPhCt-1" connectable="0" parent="Snxa9bD47oOBx4wNCC72-26" style="edgeLabel;html=1;align=center;verticalAlign=middle;resizable=0;points=[];" value="否" vertex="1">
          <mxGeometry relative="1" x="-0.4236" y="-2" as="geometry">
            <mxPoint as="offset" />
          </mxGeometry>
        </mxCell>
        <mxCell id="Qj_6jyX3p3bSbpmFPhCt-3" edge="1" parent="1" source="Snxa9bD47oOBx4wNCC72-27" style="edgeStyle=orthogonalEdgeStyle;rounded=0;orthogonalLoop=1;jettySize=auto;html=1;exitX=1;exitY=0.5;exitDx=0;exitDy=0;" target="Qj_6jyX3p3bSbpmFPhCt-2">
          <mxGeometry relative="1" as="geometry" />
        </mxCell>
        <mxCell id="Snxa9bD47oOBx4wNCC72-27" parent="1" style="rhombus;whiteSpace=wrap;html=1;" value="数据校验OK ？" vertex="1">
          <mxGeometry height="55" width="100" x="185" y="610" as="geometry" />
        </mxCell>
        <mxCell id="Snxa9bD47oOBx4wNCC72-28" edge="1" parent="1" source="Snxa9bD47oOBx4wNCC72-47" style="edgeStyle=orthogonalEdgeStyle;rounded=0;orthogonalLoop=1;jettySize=auto;html=1;exitX=0.5;exitY=1;exitDx=0;exitDy=0;entryX=0;entryY=0.5;entryDx=0;entryDy=0;" target="Snxa9bD47oOBx4wNCC72-25">
          <mxGeometry relative="1" as="geometry">
            <Array as="points">
              <mxPoint x="235" y="850" />
              <mxPoint x="140" y="850" />
              <mxPoint x="140" y="560" />
            </Array>
          </mxGeometry>
        </mxCell>
        <mxCell id="Snxa9bD47oOBx4wNCC72-29" edge="1" parent="1" source="Snxa9bD47oOBx4wNCC72-30" style="edgeStyle=orthogonalEdgeStyle;rounded=0;orthogonalLoop=1;jettySize=auto;html=1;exitX=0.5;exitY=1;exitDx=0;exitDy=0;entryX=0.5;entryY=0;entryDx=0;entryDy=0;" target="Snxa9bD47oOBx4wNCC72-47">
          <mxGeometry relative="1" as="geometry" />
        </mxCell>
        <mxCell id="Snxa9bD47oOBx4wNCC72-30" parent="1" style="rounded=1;whiteSpace=wrap;html=1;fillColor=#e51400;fontColor=#ffffff;strokeColor=#B20000;" value="切分区" vertex="1">
          <mxGeometry height="40" width="90" x="190" y="700" as="geometry" />
        </mxCell>
        <mxCell id="Snxa9bD47oOBx4wNCC72-31" edge="1" parent="1" source="kbyZZD2k67tRUDCe1sfv-1" style="edgeStyle=orthogonalEdgeStyle;rounded=0;orthogonalLoop=1;jettySize=auto;html=1;exitX=0.5;exitY=1;exitDx=0;exitDy=0;" target="kbyZZD2k67tRUDCe1sfv-4">
          <mxGeometry relative="1" as="geometry" />
        </mxCell>
        <mxCell id="Snxa9bD47oOBx4wNCC72-33" edge="1" parent="1" source="Snxa9bD47oOBx4wNCC72-34" style="edgeStyle=orthogonalEdgeStyle;rounded=0;orthogonalLoop=1;jettySize=auto;html=1;exitX=1;exitY=0.5;exitDx=0;exitDy=0;entryX=0;entryY=0.5;entryDx=0;entryDy=0;" target="Snxa9bD47oOBx4wNCC72-45">
          <mxGeometry relative="1" as="geometry">
            <Array as="points">
-               <mxPoint x="450" y="335" />
-               <mxPoint x="450" y="100" />
-               <mxPoint x="630" y="100" />
-               <mxPoint x="630" y="130" />
-             </Array>
+               <mxPoint x="450" y="334.49" />
+               <mxPoint x="450" y="100.03" />
+               <mxPoint x="630" y="100.03" />
+               <mxPoint x="630" y="130.03" />
+             </Array>
+           </mxGeometry>
+         </mxCell>
+         <mxCell id="QuuJN6wZqq9m9VYKt0zx-2" connectable="0" parent="Snxa9bD47oOBx4wNCC72-33" style="edgeLabel;html=1;align=center;verticalAlign=middle;resizable=0;points=[];" value="否" vertex="1">
+           <mxGeometry relative="1" x="-0.966" as="geometry">
+             <mxPoint as="offset" />
          </mxGeometry>
        </mxCell>
        <mxCell id="Snxa9bD47oOBx4wNCC72-34" parent="1" style="rhombus;whiteSpace=wrap;html=1;" value="建链成功？" vertex="1">
          <mxGeometry height="55" width="100" x="335" y="307" as="geometry" />
        </mxCell>
        <mxCell id="Snxa9bD47oOBx4wNCC72-35" edge="1" parent="1" source="Snxa9bD47oOBx4wNCC72-36" style="edgeStyle=orthogonalEdgeStyle;rounded=0;orthogonalLoop=1;jettySize=auto;html=1;exitX=0.5;exitY=1;exitDx=0;exitDy=0;entryX=0.5;entryY=0;entryDx=0;entryDy=0;" target="Snxa9bD47oOBx4wNCC72-38">
          <mxGeometry relative="1" as="geometry" />
        </mxCell>
        <mxCell id="Snxa9bD47oOBx4wNCC72-36" parent="1" style="rounded=1;whiteSpace=wrap;html=1;" value="复位" vertex="1">
          <mxGeometry height="40" width="90" x="490" y="110" as="geometry" />
        </mxCell>
        <mxCell id="Snxa9bD47oOBx4wNCC72-37" edge="1" parent="1" source="Snxa9bD47oOBx4wNCC72-38" style="edgeStyle=orthogonalEdgeStyle;rounded=0;orthogonalLoop=1;jettySize=auto;html=1;exitX=0.5;exitY=1;exitDx=0;exitDy=0;entryX=0.5;entryY=0;entryDx=0;entryDy=0;" target="Snxa9bD47oOBx4wNCC72-40">
          <mxGeometry relative="1" as="geometry" />
        </mxCell>
        <mxCell id="Snxa9bD47oOBx4wNCC72-38" parent="1" style="rounded=1;whiteSpace=wrap;html=1;fillColor=#ffe6cc;strokeColor=#d79b00;" value="配置LSS PIN 低速 (efuse)" vertex="1">
          <mxGeometry height="40" width="90" x="490" y="174" as="geometry" />
        </mxCell>
        <mxCell id="Snxa9bD47oOBx4wNCC72-39" edge="1" parent="1" source="Snxa9bD47oOBx4wNCC72-40" style="edgeStyle=orthogonalEdgeStyle;rounded=0;orthogonalLoop=1;jettySize=auto;html=1;exitX=0.5;exitY=1;exitDx=0;exitDy=0;entryX=0.5;entryY=0;entryDx=0;entryDy=0;" target="Snxa9bD47oOBx4wNCC72-44">
          <mxGeometry relative="1" as="geometry" />
        </mxCell>
        <mxCell id="Snxa9bD47oOBx4wNCC72-40" parent="1" style="rounded=1;whiteSpace=wrap;html=1;fillColor=#1ba1e2;fontColor=#ffffff;strokeColor=#006EAF;" value="配置低速建链" vertex="1">
          <mxGeometry height="40" width="90" x="490" y="240" as="geometry" />
        </mxCell>
        <mxCell id="Snxa9bD47oOBx4wNCC72-41" edge="1" parent="1" source="Snxa9bD47oOBx4wNCC72-44" style="edgeStyle=orthogonalEdgeStyle;rounded=0;orthogonalLoop=1;jettySize=auto;html=1;exitX=0.5;exitY=1;exitDx=0;exitDy=0;">
          <mxGeometry relative="1" as="geometry">
            <Array as="points">
              <mxPoint x="535" y="560" />
              <mxPoint x="280" y="560" />
            </Array>
            <mxPoint x="280" y="560" as="targetPoint" />
          </mxGeometry>
        </mxCell>
        <mxCell id="Snxa9bD47oOBx4wNCC72-42" connectable="0" parent="Snxa9bD47oOBx4wNCC72-41" style="edgeLabel;html=1;align=center;verticalAlign=middle;resizable=0;points=[];" value="是" vertex="1">
          <mxGeometry relative="1" x="-0.7697" as="geometry">
            <mxPoint as="offset" />
          </mxGeometry>
        </mxCell>
        <mxCell id="Snxa9bD47oOBx4wNCC72-43" edge="1" parent="1" source="Snxa9bD47oOBx4wNCC72-44" style="edgeStyle=orthogonalEdgeStyle;rounded=0;orthogonalLoop=1;jettySize=auto;html=1;exitX=1;exitY=0.5;exitDx=0;exitDy=0;">
          <mxGeometry relative="1" as="geometry">
            <mxPoint x="630" y="170" as="targetPoint" />
+           </mxGeometry>
+         </mxCell>
+         <mxCell id="QuuJN6wZqq9m9VYKt0zx-3" connectable="0" parent="Snxa9bD47oOBx4wNCC72-43" style="edgeLabel;html=1;align=center;verticalAlign=middle;resizable=0;points=[];" value="否" vertex="1">
+           <mxGeometry relative="1" x="-0.8213" as="geometry">
+             <mxPoint as="offset" />
          </mxGeometry>
        </mxCell>
        <mxCell id="Snxa9bD47oOBx4wNCC72-44" parent="1" style="rhombus;whiteSpace=wrap;html=1;" value="建链成功？" vertex="1">
          <mxGeometry height="55" width="100" x="485" y="307" as="geometry" />
        </mxCell>
        <mxCell id="Snxa9bD47oOBx4wNCC72-45" parent="1" style="rounded=1;whiteSpace=wrap;html=1;fillColor=#d5e8d4;strokeColor=#82b366;" value="USB启动" vertex="1">
          <mxGeometry height="40" width="90" x="650" y="110" as="geometry" />
        </mxCell>
        <mxCell id="Snxa9bD47oOBx4wNCC72-46" edge="1" parent="1" source="Snxa9bD47oOBx4wNCC72-47" style="edgeStyle=orthogonalEdgeStyle;rounded=0;orthogonalLoop=1;jettySize=auto;html=1;exitX=1;exitY=0.5;exitDx=0;exitDy=0;entryX=0;entryY=0.5;entryDx=0;entryDy=0;" target="Snxa9bD47oOBx4wNCC72-45">
          <mxGeometry relative="1" as="geometry">
            <Array as="points">
              <mxPoint x="630" y="795" />
              <mxPoint x="630" y="130" />
            </Array>
          </mxGeometry>
        </mxCell>
        <mxCell id="Snxa9bD47oOBx4wNCC72-47" parent="1" style="rhombus;whiteSpace=wrap;html=1;" value="两个分区都失败？" vertex="1">
          <mxGeometry height="55" width="100" x="185" y="767" as="geometry" />
        </mxCell>
        <mxCell id="kbyZZD2k67tRUDCe1sfv-2" edge="1" parent="1" source="Snxa9bD47oOBx4wNCC72-34" style="edgeStyle=orthogonalEdgeStyle;rounded=0;orthogonalLoop=1;jettySize=auto;html=1;exitX=0.5;exitY=1;exitDx=0;exitDy=0;entryX=0.5;entryY=0;entryDx=0;entryDy=0;" target="kbyZZD2k67tRUDCe1sfv-1" value="">
          <mxGeometry relative="1" as="geometry">
            <mxPoint x="385" y="362" as="sourcePoint" />
            <mxPoint x="280" y="560" as="targetPoint" />
          </mxGeometry>
        </mxCell>
        <mxCell id="kbyZZD2k67tRUDCe1sfv-3" connectable="0" parent="kbyZZD2k67tRUDCe1sfv-2" style="edgeLabel;html=1;align=center;verticalAlign=middle;resizable=0;points=[];" value="是" vertex="1">
          <mxGeometry relative="1" x="-0.5934" y="-1" as="geometry">
            <mxPoint as="offset" />
          </mxGeometry>
        </mxCell>
        <mxCell id="kbyZZD2k67tRUDCe1sfv-1" parent="1" style="rounded=1;whiteSpace=wrap;html=1;fillColor=#f8cecc;strokeColor=#b85450;" value="发命令切高速 HS-G1" vertex="1">
          <mxGeometry height="40" width="90" x="340" y="390" as="geometry" />
        </mxCell>
        <mxCell id="kbyZZD2k67tRUDCe1sfv-6" edge="1" parent="1" source="kbyZZD2k67tRUDCe1sfv-4" style="edgeStyle=orthogonalEdgeStyle;rounded=0;orthogonalLoop=1;jettySize=auto;html=1;exitX=0.5;exitY=1;exitDx=0;exitDy=0;">
          <mxGeometry relative="1" as="geometry">
            <Array as="points">
              <mxPoint x="385" y="560" />
              <mxPoint x="280" y="560" />
            </Array>
            <mxPoint x="280" y="560" as="targetPoint" />
          </mxGeometry>
        </mxCell>
        <mxCell id="kbyZZD2k67tRUDCe1sfv-8" edge="1" parent="1" source="kbyZZD2k67tRUDCe1sfv-4" style="edgeStyle=orthogonalEdgeStyle;rounded=0;orthogonalLoop=1;jettySize=auto;html=1;exitX=1;exitY=0.5;exitDx=0;exitDy=0;entryX=0;entryY=0.5;entryDx=0;entryDy=0;" target="Snxa9bD47oOBx4wNCC72-36">
          <mxGeometry relative="1" as="geometry" />
        </mxCell>
        <mxCell id="kbyZZD2k67tRUDCe1sfv-4" parent="1" style="rhombus;whiteSpace=wrap;html=1;" value="切速率成功？" vertex="1">
          <mxGeometry height="55" width="100" x="335" y="460" as="geometry" />
        </mxCell>
        <mxCell id="Qj_6jyX3p3bSbpmFPhCt-2" parent="1" style="ellipse;whiteSpace=wrap;html=1;fillColor=#d5e8d4;gradientColor=#97d077;strokeColor=#82b366;" value="启动成功" vertex="1">
          <mxGeometry height="40" width="90" x="335" y="617.5" as="geometry" />
        </mxCell>
      </root>
    </mxGraphModel>
  </diagram>
  <diagram id="lCvtZ__jX87erlVo9mpF" name="第 2 页">
    <mxGraphModel dx="1082" dy="561" grid="1" gridSize="10" guides="1" tooltips="1" connect="1" arrows="1" fold="1" page="1" pageScale="1" pageWidth="827" pageHeight="1169" math="0" shadow="0">
      <root>
        <mxCell id="0" />
        <mxCell id="1" parent="0" />
        <mxCell id="WnOlcH9fiUK7AfTd9S8V-1" parent="1" style="text;html=1;whiteSpace=wrap;strokeColor=none;fillColor=none;align=left;verticalAlign=middle;rounded=0;fontSize=14;" value="&lt;div&gt;&lt;div&gt;- 启动模式 101： [ufs低速启动] &lt;span style=&quot;background-color: transparent; color: light-dark(rgb(0, 0, 0), rgb(255, 255, 255));&quot;&gt;→ &lt;/span&gt;&lt;span style=&quot;background-color: transparent; color: light-dark(rgb(0, 0, 0), rgb(255, 255, 255));&quot;&gt;[usb]&lt;/span&gt;&lt;/div&gt;&lt;div&gt;- 启动模式 110： &lt;span style=&quot;background-color: transparent; color: light-dark(rgb(0, 0, 0), rgb(255, 255, 255));&quot;&gt;[ufs高速启动]&lt;/span&gt;&lt;span style=&quot;background-color: transparent; color: light-dark(rgb(0, 0, 0), rgb(255, 255, 255));&quot;&gt; &lt;/span&gt;&lt;span style=&quot;background-color: transparent; color: light-dark(rgb(0, 0, 0), rgb(255, 255, 255));&quot;&gt;→ &lt;/span&gt;&lt;span style=&quot;background-color: transparent; color: light-dark(rgb(0, 0, 0), rgb(255, 255, 255));&quot;&gt;[usb]&lt;/span&gt;&lt;/div&gt;&lt;/div&gt;异常情况汇总：" vertex="1">
          <mxGeometry height="50" width="360" x="40" y="250" as="geometry" />
        </mxCell>
        <mxCell id="WnOlcH9fiUK7AfTd9S8V-2" parent="1" style="shape=table;startSize=0;container=1;collapsible=0;childLayout=tableLayout;fontSize=14;align=left;" value="" vertex="1">
          <mxGeometry height="240" width="730" x="40" y="320" as="geometry" />
        </mxCell>
        <mxCell id="-yYV-AWoShLVFezPO-Gk-6" parent="WnOlcH9fiUK7AfTd9S8V-2" style="shape=tableRow;horizontal=0;startSize=0;swimlaneHead=0;swimlaneBody=0;strokeColor=inherit;top=0;left=0;bottom=0;right=0;collapsible=0;dropTarget=0;fillColor=none;points=[[0,0.5],[1,0.5]];portConstraint=eastwest;fontSize=14;align=left;" value="" vertex="1">
          <mxGeometry height="40" width="730" as="geometry" />
        </mxCell>
        <mxCell id="-yYV-AWoShLVFezPO-Gk-7" parent="-yYV-AWoShLVFezPO-Gk-6" style="shape=partialRectangle;html=1;whiteSpace=wrap;connectable=0;strokeColor=inherit;overflow=hidden;fillColor=none;top=0;left=0;bottom=0;right=0;pointerEvents=1;fontSize=14;align=left;" value="case" vertex="1">
          <mxGeometry height="40" width="32" as="geometry">
            <mxRectangle height="40" width="32" as="alternateBounds" />
          </mxGeometry>
        </mxCell>
        <mxCell id="-yYV-AWoShLVFezPO-Gk-8" parent="-yYV-AWoShLVFezPO-Gk-6" style="shape=partialRectangle;html=1;whiteSpace=wrap;connectable=0;strokeColor=inherit;overflow=hidden;fillColor=none;top=0;left=0;bottom=0;right=0;pointerEvents=1;fontSize=14;align=left;" value="启动情况" vertex="1">
          <mxGeometry height="40" width="288" x="32" as="geometry">
            <mxRectangle height="40" width="288" as="alternateBounds" />
          </mxGeometry>
        </mxCell>
        <mxCell id="-yYV-AWoShLVFezPO-Gk-9" parent="-yYV-AWoShLVFezPO-Gk-6" style="shape=partialRectangle;html=1;whiteSpace=wrap;connectable=0;strokeColor=inherit;overflow=hidden;fillColor=none;top=0;left=0;bottom=0;right=0;pointerEvents=1;fontSize=14;align=left;" value="建链结果" vertex="1">
          <mxGeometry height="40" width="410" x="320" as="geometry">
            <mxRectangle height="40" width="410" as="alternateBounds" />
          </mxGeometry>
        </mxCell>
        <mxCell id="-yYV-AWoShLVFezPO-Gk-2" parent="WnOlcH9fiUK7AfTd9S8V-2" style="shape=tableRow;horizontal=0;startSize=0;swimlaneHead=0;swimlaneBody=0;strokeColor=inherit;top=0;left=0;bottom=0;right=0;collapsible=0;dropTarget=0;fillColor=none;points=[[0,0.5],[1,0.5]];portConstraint=eastwest;fontSize=14;align=left;" value="" vertex="1">
          <mxGeometry height="40" width="730" y="40" as="geometry" />
        </mxCell>
        <mxCell id="-yYV-AWoShLVFezPO-Gk-3" parent="-yYV-AWoShLVFezPO-Gk-2" style="shape=partialRectangle;html=1;whiteSpace=wrap;connectable=0;strokeColor=inherit;overflow=hidden;fillColor=none;top=0;left=0;bottom=0;right=0;pointerEvents=1;fontSize=14;align=left;" value="1" vertex="1">
          <mxGeometry height="40" width="32" as="geometry">
            <mxRectangle height="40" width="32" as="alternateBounds" />
          </mxGeometry>
        </mxCell>
        <mxCell id="-yYV-AWoShLVFezPO-Gk-4" parent="-yYV-AWoShLVFezPO-Gk-2" style="shape=partialRectangle;html=1;whiteSpace=wrap;connectable=0;strokeColor=inherit;overflow=hidden;fillColor=none;top=0;left=0;bottom=0;right=0;pointerEvents=1;fontSize=14;align=left;" value="bootrom 配置低速启动，但是颗粒硬件设置高速启动，高速成功" vertex="1">
          <mxGeometry height="40" width="288" x="32" as="geometry">
            <mxRectangle height="40" width="288" as="alternateBounds" />
          </mxGeometry>
        </mxCell>
        <mxCell id="-yYV-AWoShLVFezPO-Gk-5" parent="-yYV-AWoShLVFezPO-Gk-2" style="shape=partialRectangle;html=1;whiteSpace=wrap;connectable=0;strokeColor=inherit;overflow=hidden;fillColor=none;top=0;left=0;bottom=0;right=0;pointerEvents=1;fontSize=14;align=left;" value="bootrom先低速建链失败 --&amp;gt; &lt;font style=&quot;color: rgb(0, 0, 255);&quot;&gt;高速&lt;/font&gt;建链成功" vertex="1">
          <mxGeometry height="40" width="410" x="320" as="geometry">
            <mxRectangle height="40" width="410" as="alternateBounds" />
          </mxGeometry>
        </mxCell>
        <mxCell id="-yYV-AWoShLVFezPO-Gk-10" parent="WnOlcH9fiUK7AfTd9S8V-2" style="shape=tableRow;horizontal=0;startSize=0;swimlaneHead=0;swimlaneBody=0;strokeColor=inherit;top=0;left=0;bottom=0;right=0;collapsible=0;dropTarget=0;fillColor=none;points=[[0,0.5],[1,0.5]];portConstraint=eastwest;fontSize=14;align=left;" value="" vertex="1">
          <mxGeometry height="40" width="730" y="80" as="geometry" />
        </mxCell>
        <mxCell id="-yYV-AWoShLVFezPO-Gk-11" parent="-yYV-AWoShLVFezPO-Gk-10" style="shape=partialRectangle;html=1;whiteSpace=wrap;connectable=0;strokeColor=inherit;overflow=hidden;fillColor=none;top=0;left=0;bottom=0;right=0;pointerEvents=1;fontSize=14;align=left;" value="2" vertex="1">
          <mxGeometry height="40" width="32" as="geometry">
            <mxRectangle height="40" width="32" as="alternateBounds" />
          </mxGeometry>
        </mxCell>
        <mxCell id="-yYV-AWoShLVFezPO-Gk-12" parent="-yYV-AWoShLVFezPO-Gk-10" style="shape=partialRectangle;html=1;whiteSpace=wrap;connectable=0;strokeColor=inherit;overflow=hidden;fillColor=none;top=0;left=0;bottom=0;right=0;pointerEvents=1;fontSize=14;align=left;" value="bootrom 配置高速启动，但是颗粒硬件设置底速启动，低速切高速成功" vertex="1">
          <mxGeometry height="40" width="288" x="32" as="geometry">
            <mxRectangle height="40" width="288" as="alternateBounds" />
          </mxGeometry>
        </mxCell>
        <mxCell id="-yYV-AWoShLVFezPO-Gk-13" parent="-yYV-AWoShLVFezPO-Gk-10" style="shape=partialRectangle;html=1;whiteSpace=wrap;connectable=0;strokeColor=inherit;overflow=hidden;fillColor=none;top=0;left=0;bottom=0;right=0;pointerEvents=1;fontSize=14;align=left;" value="bootrom先高速建链失败 --&amp;gt; 低速建链成功并切&lt;font style=&quot;color: rgb(0, 0, 255);&quot;&gt;高速&lt;/font&gt;" vertex="1">
          <mxGeometry height="40" width="410" x="320" as="geometry">
            <mxRectangle height="40" width="410" as="alternateBounds" />
          </mxGeometry>
        </mxCell>
        <mxCell id="WnOlcH9fiUK7AfTd9S8V-3" parent="WnOlcH9fiUK7AfTd9S8V-2" style="shape=tableRow;horizontal=0;startSize=0;swimlaneHead=0;swimlaneBody=0;strokeColor=inherit;top=0;left=0;bottom=0;right=0;collapsible=0;dropTarget=0;fillColor=none;points=[[0,0.5],[1,0.5]];portConstraint=eastwest;fontSize=14;align=left;" value="" vertex="1">
          <mxGeometry height="40" width="730" y="120" as="geometry" />
        </mxCell>
        <mxCell id="WnOlcH9fiUK7AfTd9S8V-4" parent="WnOlcH9fiUK7AfTd9S8V-3" style="shape=partialRectangle;html=1;whiteSpace=wrap;connectable=0;strokeColor=inherit;overflow=hidden;fillColor=none;top=0;left=0;bottom=0;right=0;pointerEvents=1;fontSize=14;align=left;" value="3" vertex="1">
          <mxGeometry height="40" width="32" as="geometry">
            <mxRectangle height="40" width="32" as="alternateBounds" />
          </mxGeometry>
        </mxCell>
        <mxCell id="WnOlcH9fiUK7AfTd9S8V-5" parent="WnOlcH9fiUK7AfTd9S8V-3" style="shape=partialRectangle;html=1;whiteSpace=wrap;connectable=0;strokeColor=inherit;overflow=hidden;fillColor=none;top=0;left=0;bottom=0;right=0;pointerEvents=1;fontSize=14;align=left;" value="bootrom 配置低速启动，颗粒也是低速，切速率成功" vertex="1">
          <mxGeometry height="40" width="288" x="32" as="geometry">
            <mxRectangle height="40" width="288" as="alternateBounds" />
          </mxGeometry>
        </mxCell>
        <mxCell id="WnOlcH9fiUK7AfTd9S8V-6" parent="WnOlcH9fiUK7AfTd9S8V-3" style="shape=partialRectangle;html=1;whiteSpace=wrap;connectable=0;strokeColor=inherit;overflow=hidden;fillColor=none;top=0;left=0;bottom=0;right=0;pointerEvents=1;fontSize=14;align=left;" value="bootrom低速建链切&lt;font style=&quot;color: rgb(0, 0, 255);&quot;&gt;高速&lt;/font&gt;" vertex="1">
          <mxGeometry height="40" width="410" x="320" as="geometry">
            <mxRectangle height="40" width="410" as="alternateBounds" />
          </mxGeometry>
        </mxCell>
        <mxCell id="WnOlcH9fiUK7AfTd9S8V-7" parent="WnOlcH9fiUK7AfTd9S8V-2" style="shape=tableRow;horizontal=0;startSize=0;swimlaneHead=0;swimlaneBody=0;strokeColor=inherit;top=0;left=0;bottom=0;right=0;collapsible=0;dropTarget=0;fillColor=none;points=[[0,0.5],[1,0.5]];portConstraint=eastwest;fontSize=14;align=left;" value="" vertex="1">
          <mxGeometry height="40" width="730" y="160" as="geometry" />
        </mxCell>
        <mxCell id="WnOlcH9fiUK7AfTd9S8V-8" parent="WnOlcH9fiUK7AfTd9S8V-7" style="shape=partialRectangle;html=1;whiteSpace=wrap;connectable=0;strokeColor=inherit;overflow=hidden;fillColor=none;top=0;left=0;bottom=0;right=0;pointerEvents=1;fontSize=14;align=left;" value="4" vertex="1">
          <mxGeometry height="40" width="32" as="geometry">
            <mxRectangle height="40" width="32" as="alternateBounds" />
          </mxGeometry>
        </mxCell>
        <mxCell id="WnOlcH9fiUK7AfTd9S8V-9" parent="WnOlcH9fiUK7AfTd9S8V-7" style="shape=partialRectangle;html=1;whiteSpace=wrap;connectable=0;strokeColor=inherit;overflow=hidden;fillColor=none;top=0;left=0;bottom=0;right=0;pointerEvents=1;fontSize=14;align=left;" value="bootrom 配置高速启动，颗粒也是高速，高速成功" vertex="1">
          <mxGeometry height="40" width="288" x="32" as="geometry">
            <mxRectangle height="40" width="288" as="alternateBounds" />
          </mxGeometry>
        </mxCell>
        <mxCell id="WnOlcH9fiUK7AfTd9S8V-10" parent="WnOlcH9fiUK7AfTd9S8V-7" style="shape=partialRectangle;html=1;whiteSpace=wrap;connectable=0;strokeColor=inherit;overflow=hidden;fillColor=none;top=0;left=0;bottom=0;right=0;pointerEvents=1;fontSize=14;align=left;" value="bootrom&lt;font style=&quot;color: rgb(0, 0, 255);&quot;&gt;高速&lt;/font&gt;建链" vertex="1">
          <mxGeometry height="40" width="410" x="320" as="geometry">
            <mxRectangle height="40" width="410" as="alternateBounds" />
          </mxGeometry>
        </mxCell>
        <mxCell id="WnOlcH9fiUK7AfTd9S8V-11" parent="WnOlcH9fiUK7AfTd9S8V-2" style="shape=tableRow;horizontal=0;startSize=0;swimlaneHead=0;swimlaneBody=0;strokeColor=inherit;top=0;left=0;bottom=0;right=0;collapsible=0;dropTarget=0;fillColor=none;points=[[0,0.5],[1,0.5]];portConstraint=eastwest;fontSize=14;align=left;" value="" vertex="1">
          <mxGeometry height="40" width="730" y="200" as="geometry" />
        </mxCell>
        <mxCell id="WnOlcH9fiUK7AfTd9S8V-12" parent="WnOlcH9fiUK7AfTd9S8V-11" style="shape=partialRectangle;html=1;whiteSpace=wrap;connectable=0;strokeColor=inherit;overflow=hidden;fillColor=none;top=0;left=0;bottom=0;right=0;pointerEvents=1;fontSize=14;align=left;" value="5" vertex="1">
          <mxGeometry height="40" width="32" as="geometry">
            <mxRectangle height="40" width="32" as="alternateBounds" />
          </mxGeometry>
        </mxCell>
        <mxCell id="WnOlcH9fiUK7AfTd9S8V-13" parent="WnOlcH9fiUK7AfTd9S8V-11" style="shape=partialRectangle;html=1;whiteSpace=wrap;connectable=0;strokeColor=inherit;overflow=hidden;fillColor=none;top=0;left=0;bottom=0;right=0;pointerEvents=1;fontSize=14;align=left;" value="bootrom 配置低速启动，颗粒也是低速，切速率失败，不切速率成功，&lt;font style=&quot;color: light-dark(rgb(255, 0, 0), rgb(255, 255, 255));&quot;&gt;LSS控制使能&lt;/font&gt;" vertex="1">
          <mxGeometry height="40" width="288" x="32" as="geometry">
            <mxRectangle height="40" width="288" as="alternateBounds" />
          </mxGeometry>
        </mxCell>
        <mxCell id="WnOlcH9fiUK7AfTd9S8V-14" parent="WnOlcH9fiUK7AfTd9S8V-11" style="shape=partialRectangle;html=1;whiteSpace=wrap;connectable=0;strokeColor=inherit;overflow=hidden;fillColor=none;top=0;left=0;bottom=0;right=0;pointerEvents=1;fontSize=14;align=left;" value="bootrom低速建链切高速失败 --&amp;gt; bootrom 高速建链失败 ---&amp;gt; bootrom &lt;font style=&quot;color: rgb(255, 51, 255);&quot;&gt;低速&lt;/font&gt;建链成功(不切高速)" vertex="1">
          <mxGeometry height="40" width="410" x="320" as="geometry">
            <mxRectangle height="40" width="410" as="alternateBounds" />
          </mxGeometry>
        </mxCell>
        <mxCell id="PYW4Q93ZiJ2KnNfdN5cH-39" parent="1" style="shape=tableRow;horizontal=0;startSize=0;swimlaneHead=0;swimlaneBody=0;strokeColor=inherit;top=0;left=0;bottom=0;right=0;collapsible=0;dropTarget=0;fillColor=none;points=[[0,0.5],[1,0.5]];portConstraint=eastwest;fontSize=14;align=left;" value="" vertex="1">
          <mxGeometry height="40" width="730" x="40" y="560" as="geometry" />
        </mxCell>
        <mxCell id="PYW4Q93ZiJ2KnNfdN5cH-63" parent="1" style="shape=table;startSize=0;container=1;collapsible=0;childLayout=tableLayout;fontSize=14;align=left;" value="" vertex="1">
          <mxGeometry height="260" width="730" x="40" y="560" as="geometry" />
        </mxCell>
        <mxCell id="PYW4Q93ZiJ2KnNfdN5cH-64" parent="PYW4Q93ZiJ2KnNfdN5cH-63" style="shape=tableRow;horizontal=0;startSize=0;swimlaneHead=0;swimlaneBody=0;strokeColor=inherit;top=0;left=0;bottom=0;right=0;collapsible=0;dropTarget=0;fillColor=none;points=[[0,0.5],[1,0.5]];portConstraint=eastwest;fontSize=14;align=left;" value="" vertex="1">
          <mxGeometry height="40" width="730" as="geometry" />
        </mxCell>
        <mxCell id="PYW4Q93ZiJ2KnNfdN5cH-65" parent="PYW4Q93ZiJ2KnNfdN5cH-64" style="shape=partialRectangle;html=1;whiteSpace=wrap;connectable=0;strokeColor=inherit;overflow=hidden;fillColor=none;top=0;left=0;bottom=0;right=0;pointerEvents=1;fontSize=14;align=left;" value="6" vertex="1">
          <mxGeometry height="40" width="32" as="geometry">
            <mxRectangle height="40" width="32" as="alternateBounds" />
          </mxGeometry>
        </mxCell>
        <mxCell id="PYW4Q93ZiJ2KnNfdN5cH-66" parent="PYW4Q93ZiJ2KnNfdN5cH-64" style="shape=partialRectangle;html=1;whiteSpace=wrap;connectable=0;strokeColor=inherit;overflow=hidden;fillColor=none;top=0;left=0;bottom=0;right=0;pointerEvents=1;fontSize=14;align=left;" value="bootrom 配置高速启动，颗粒是低速，低速切高速失败" vertex="1">
          <mxGeometry height="40" width="288" x="32" as="geometry">
            <mxRectangle height="40" width="288" as="alternateBounds" />
          </mxGeometry>
        </mxCell>
        <mxCell id="PYW4Q93ZiJ2KnNfdN5cH-67" parent="PYW4Q93ZiJ2KnNfdN5cH-64" style="shape=partialRectangle;html=1;whiteSpace=wrap;connectable=0;strokeColor=inherit;overflow=hidden;fillColor=none;top=0;left=0;bottom=0;right=0;pointerEvents=1;fontSize=14;align=left;" value="bootrom高速建链失败 --&amp;gt; bootrom 低速建链切高速失败 ---&amp;gt; bootrom &lt;font style=&quot;color: rgb(255, 51, 255);&quot;&gt;低速&lt;/font&gt;建链成功(不切高速)" vertex="1">
          <mxGeometry height="40" width="410" x="320" as="geometry">
            <mxRectangle height="40" width="410" as="alternateBounds" />
          </mxGeometry>
        </mxCell>
        <mxCell id="PYW4Q93ZiJ2KnNfdN5cH-68" parent="PYW4Q93ZiJ2KnNfdN5cH-63" style="shape=tableRow;horizontal=0;startSize=0;swimlaneHead=0;swimlaneBody=0;strokeColor=inherit;top=0;left=0;bottom=0;right=0;collapsible=0;dropTarget=0;fillColor=none;points=[[0,0.5],[1,0.5]];portConstraint=eastwest;fontSize=14;align=left;" value="" vertex="1">
          <mxGeometry height="60" width="730" y="40" as="geometry" />
        </mxCell>
        <mxCell id="PYW4Q93ZiJ2KnNfdN5cH-69" parent="PYW4Q93ZiJ2KnNfdN5cH-68" style="shape=partialRectangle;html=1;whiteSpace=wrap;connectable=0;strokeColor=inherit;overflow=hidden;fillColor=none;top=0;left=0;bottom=0;right=0;pointerEvents=1;fontSize=14;align=left;" value="7" vertex="1">
          <mxGeometry height="60" width="32" as="geometry">
            <mxRectangle height="60" width="32" as="alternateBounds" />
          </mxGeometry>
        </mxCell>
        <mxCell id="PYW4Q93ZiJ2KnNfdN5cH-70" parent="PYW4Q93ZiJ2KnNfdN5cH-68" style="shape=partialRectangle;html=1;whiteSpace=wrap;connectable=0;strokeColor=inherit;overflow=hidden;fillColor=none;top=0;left=0;bottom=0;right=0;pointerEvents=1;fontSize=14;align=left;" value="bootrom配置高速启动，颗粒也是高速，但是高速建链失败" vertex="1">
          <mxGeometry height="60" width="288" x="32" as="geometry">
            <mxRectangle height="60" width="288" as="alternateBounds" />
          </mxGeometry>
        </mxCell>
        <mxCell id="PYW4Q93ZiJ2KnNfdN5cH-71" parent="PYW4Q93ZiJ2KnNfdN5cH-68" style="shape=partialRectangle;html=1;whiteSpace=wrap;connectable=0;strokeColor=inherit;overflow=hidden;fillColor=none;top=0;left=0;bottom=0;right=0;pointerEvents=1;fontSize=14;align=left;" value="bootrom高速建链失败 --&amp;gt; bootrom 低速建链切高速失败 ---&amp;gt; bootrom 低速建链失败 &lt;font style=&quot;color: rgb(255, 51, 51);&quot;&gt;（需要改颗粒硬件PIN配置低速 或者使能LSS efuse 控制）&lt;/font&gt;" vertex="1">
          <mxGeometry height="60" width="410" x="320" as="geometry">
            <mxRectangle height="60" width="410" as="alternateBounds" />
          </mxGeometry>
        </mxCell>
        <mxCell id="PYW4Q93ZiJ2KnNfdN5cH-72" parent="PYW4Q93ZiJ2KnNfdN5cH-63" style="shape=tableRow;horizontal=0;startSize=0;swimlaneHead=0;swimlaneBody=0;strokeColor=inherit;top=0;left=0;bottom=0;right=0;collapsible=0;dropTarget=0;fillColor=none;points=[[0,0.5],[1,0.5]];portConstraint=eastwest;fontSize=14;align=left;" value="" vertex="1">
          <mxGeometry height="40" width="730" y="100" as="geometry" />
        </mxCell>
        <mxCell id="PYW4Q93ZiJ2KnNfdN5cH-73" parent="PYW4Q93ZiJ2KnNfdN5cH-72" style="shape=partialRectangle;html=1;whiteSpace=wrap;connectable=0;strokeColor=inherit;overflow=hidden;fillColor=none;top=0;left=0;bottom=0;right=0;pointerEvents=1;fontSize=14;align=left;" value="8" vertex="1">
          <mxGeometry height="40" width="32" as="geometry">
            <mxRectangle height="40" width="32" as="alternateBounds" />
          </mxGeometry>
        </mxCell>
        <mxCell id="PYW4Q93ZiJ2KnNfdN5cH-74" parent="PYW4Q93ZiJ2KnNfdN5cH-72" style="shape=partialRectangle;html=1;whiteSpace=wrap;connectable=0;strokeColor=inherit;overflow=hidden;fillColor=none;top=0;left=0;bottom=0;right=0;pointerEvents=1;fontSize=14;align=left;" value="bootrom 配置低速启动，颗粒也是低速，低速建链失败" vertex="1">
          <mxGeometry height="40" width="288" x="32" as="geometry">
            <mxRectangle height="40" width="288" as="alternateBounds" />
          </mxGeometry>
        </mxCell>
        <mxCell id="PYW4Q93ZiJ2KnNfdN5cH-75" parent="PYW4Q93ZiJ2KnNfdN5cH-72" style="shape=partialRectangle;html=1;whiteSpace=wrap;connectable=0;strokeColor=inherit;overflow=hidden;fillColor=none;top=0;left=0;bottom=0;right=0;pointerEvents=1;fontSize=14;align=left;" value="bootrom低速建链切高速失败 --&amp;gt; bootrom 高速建链失败 ---&amp;gt; bootrom 低速建链失败 --&amp;gt; &lt;font style=&quot;color: rgb(255, 51, 51);&quot;&gt;USB 启动 （需要查硬件问题）&lt;/font&gt;" vertex="1">
          <mxGeometry height="40" width="410" x="320" as="geometry">
            <mxRectangle height="40" width="410" as="alternateBounds" />
          </mxGeometry>
        </mxCell>
        <mxCell id="PYW4Q93ZiJ2KnNfdN5cH-76" parent="PYW4Q93ZiJ2KnNfdN5cH-63" style="shape=tableRow;horizontal=0;startSize=0;swimlaneHead=0;swimlaneBody=0;strokeColor=inherit;top=0;left=0;bottom=0;right=0;collapsible=0;dropTarget=0;fillColor=none;points=[[0,0.5],[1,0.5]];portConstraint=eastwest;fontSize=14;align=left;" value="" vertex="1">
          <mxGeometry height="40" width="730" y="140" as="geometry" />
        </mxCell>
        <mxCell id="PYW4Q93ZiJ2KnNfdN5cH-77" parent="PYW4Q93ZiJ2KnNfdN5cH-76" style="shape=partialRectangle;html=1;whiteSpace=wrap;connectable=0;strokeColor=inherit;overflow=hidden;fillColor=none;top=0;left=0;bottom=0;right=0;pointerEvents=1;fontSize=14;align=left;" value="9" vertex="1">
          <mxGeometry height="40" width="32" as="geometry">
            <mxRectangle height="40" width="32" as="alternateBounds" />
          </mxGeometry>
        </mxCell>
        <mxCell id="PYW4Q93ZiJ2KnNfdN5cH-78" parent="PYW4Q93ZiJ2KnNfdN5cH-76" style="shape=partialRectangle;html=1;whiteSpace=wrap;connectable=0;strokeColor=inherit;overflow=hidden;fillColor=none;top=0;left=0;bottom=0;right=0;pointerEvents=1;fontSize=14;align=left;" value="bootrom 配置低速启动，颗粒也是低速，切速率失败，不切速率成功，&lt;font style=&quot;color: light-dark(rgb(255, 0, 0), rgb(255, 255, 255));&quot;&gt;LSS控制关闭&lt;/font&gt;" vertex="1">
          <mxGeometry height="40" width="288" x="32" as="geometry">
            <mxRectangle height="40" width="288" as="alternateBounds" />
          </mxGeometry>
        </mxCell>
        <mxCell id="PYW4Q93ZiJ2KnNfdN5cH-79" parent="PYW4Q93ZiJ2KnNfdN5cH-76" style="shape=partialRectangle;html=1;whiteSpace=wrap;connectable=0;strokeColor=inherit;overflow=hidden;fillColor=none;top=0;left=0;bottom=0;right=0;pointerEvents=1;fontSize=14;align=left;" value="bootrom低速建链切高速失败 --&amp;gt;&amp;nbsp; bootrom &lt;font style=&quot;color: rgb(255, 51, 255);&quot;&gt;低速&lt;/font&gt;建链成功(不切高速)" vertex="1">
          <mxGeometry height="40" width="410" x="320" as="geometry">
            <mxRectangle height="40" width="410" as="alternateBounds" />
          </mxGeometry>
        </mxCell>
        <mxCell id="PYW4Q93ZiJ2KnNfdN5cH-80" parent="PYW4Q93ZiJ2KnNfdN5cH-63" style="shape=tableRow;horizontal=0;startSize=0;swimlaneHead=0;swimlaneBody=0;strokeColor=inherit;top=0;left=0;bottom=0;right=0;collapsible=0;dropTarget=0;fillColor=none;points=[[0,0.5],[1,0.5]];portConstraint=eastwest;fontSize=14;align=left;" value="" vertex="1">
          <mxGeometry height="40" width="730" y="180" as="geometry" />
        </mxCell>
        <mxCell id="PYW4Q93ZiJ2KnNfdN5cH-81" parent="PYW4Q93ZiJ2KnNfdN5cH-80" style="shape=partialRectangle;html=1;whiteSpace=wrap;connectable=0;strokeColor=inherit;overflow=hidden;fillColor=none;top=0;left=0;bottom=0;right=0;pointerEvents=1;fontSize=14;align=left;" value="" vertex="1">
          <mxGeometry height="40" width="32" as="geometry">
            <mxRectangle height="40" width="32" as="alternateBounds" />
          </mxGeometry>
        </mxCell>
        <mxCell id="PYW4Q93ZiJ2KnNfdN5cH-82" parent="PYW4Q93ZiJ2KnNfdN5cH-80" style="shape=partialRectangle;html=1;whiteSpace=wrap;connectable=0;strokeColor=inherit;overflow=hidden;fillColor=none;top=0;left=0;bottom=0;right=0;pointerEvents=1;fontSize=14;align=left;" value="" vertex="1">
          <mxGeometry height="40" width="288" x="32" as="geometry">
            <mxRectangle height="40" width="288" as="alternateBounds" />
          </mxGeometry>
        </mxCell>
        <mxCell id="PYW4Q93ZiJ2KnNfdN5cH-83" parent="PYW4Q93ZiJ2KnNfdN5cH-80" style="shape=partialRectangle;html=1;whiteSpace=wrap;connectable=0;strokeColor=inherit;overflow=hidden;fillColor=none;top=0;left=0;bottom=0;right=0;pointerEvents=1;fontSize=14;align=left;" value="" vertex="1">
          <mxGeometry height="40" width="410" x="320" as="geometry">
            <mxRectangle height="40" width="410" as="alternateBounds" />
          </mxGeometry>
        </mxCell>
        <mxCell id="PYW4Q93ZiJ2KnNfdN5cH-84" parent="PYW4Q93ZiJ2KnNfdN5cH-63" style="shape=tableRow;horizontal=0;startSize=0;swimlaneHead=0;swimlaneBody=0;strokeColor=inherit;top=0;left=0;bottom=0;right=0;collapsible=0;dropTarget=0;fillColor=none;points=[[0,0.5],[1,0.5]];portConstraint=eastwest;fontSize=14;align=left;" value="" vertex="1">
          <mxGeometry height="40" width="730" y="220" as="geometry" />
        </mxCell>
        <mxCell id="PYW4Q93ZiJ2KnNfdN5cH-85" parent="PYW4Q93ZiJ2KnNfdN5cH-84" style="shape=partialRectangle;html=1;whiteSpace=wrap;connectable=0;strokeColor=inherit;overflow=hidden;fillColor=none;top=0;left=0;bottom=0;right=0;pointerEvents=1;fontSize=14;align=left;" value="" vertex="1">
          <mxGeometry height="40" width="32" as="geometry">
            <mxRectangle height="40" width="32" as="alternateBounds" />
          </mxGeometry>
        </mxCell>
        <mxCell id="PYW4Q93ZiJ2KnNfdN5cH-86" parent="PYW4Q93ZiJ2KnNfdN5cH-84" style="shape=partialRectangle;html=1;whiteSpace=wrap;connectable=0;strokeColor=inherit;overflow=hidden;fillColor=none;top=0;left=0;bottom=0;right=0;pointerEvents=1;fontSize=14;align=left;" value="" vertex="1">
          <mxGeometry height="40" width="288" x="32" as="geometry">
            <mxRectangle height="40" width="288" as="alternateBounds" />
          </mxGeometry>
        </mxCell>
        <mxCell id="PYW4Q93ZiJ2KnNfdN5cH-87" parent="PYW4Q93ZiJ2KnNfdN5cH-84" style="shape=partialRectangle;html=1;whiteSpace=wrap;connectable=0;strokeColor=inherit;overflow=hidden;fillColor=none;top=0;left=0;bottom=0;right=0;pointerEvents=1;fontSize=14;align=left;" value="" vertex="1">
          <mxGeometry height="40" width="410" x="320" as="geometry">
            <mxRectangle height="40" width="410" as="alternateBounds" />
          </mxGeometry>
        </mxCell>
      </root>
    </mxGraphModel>
  </diagram>
</mxfile>
